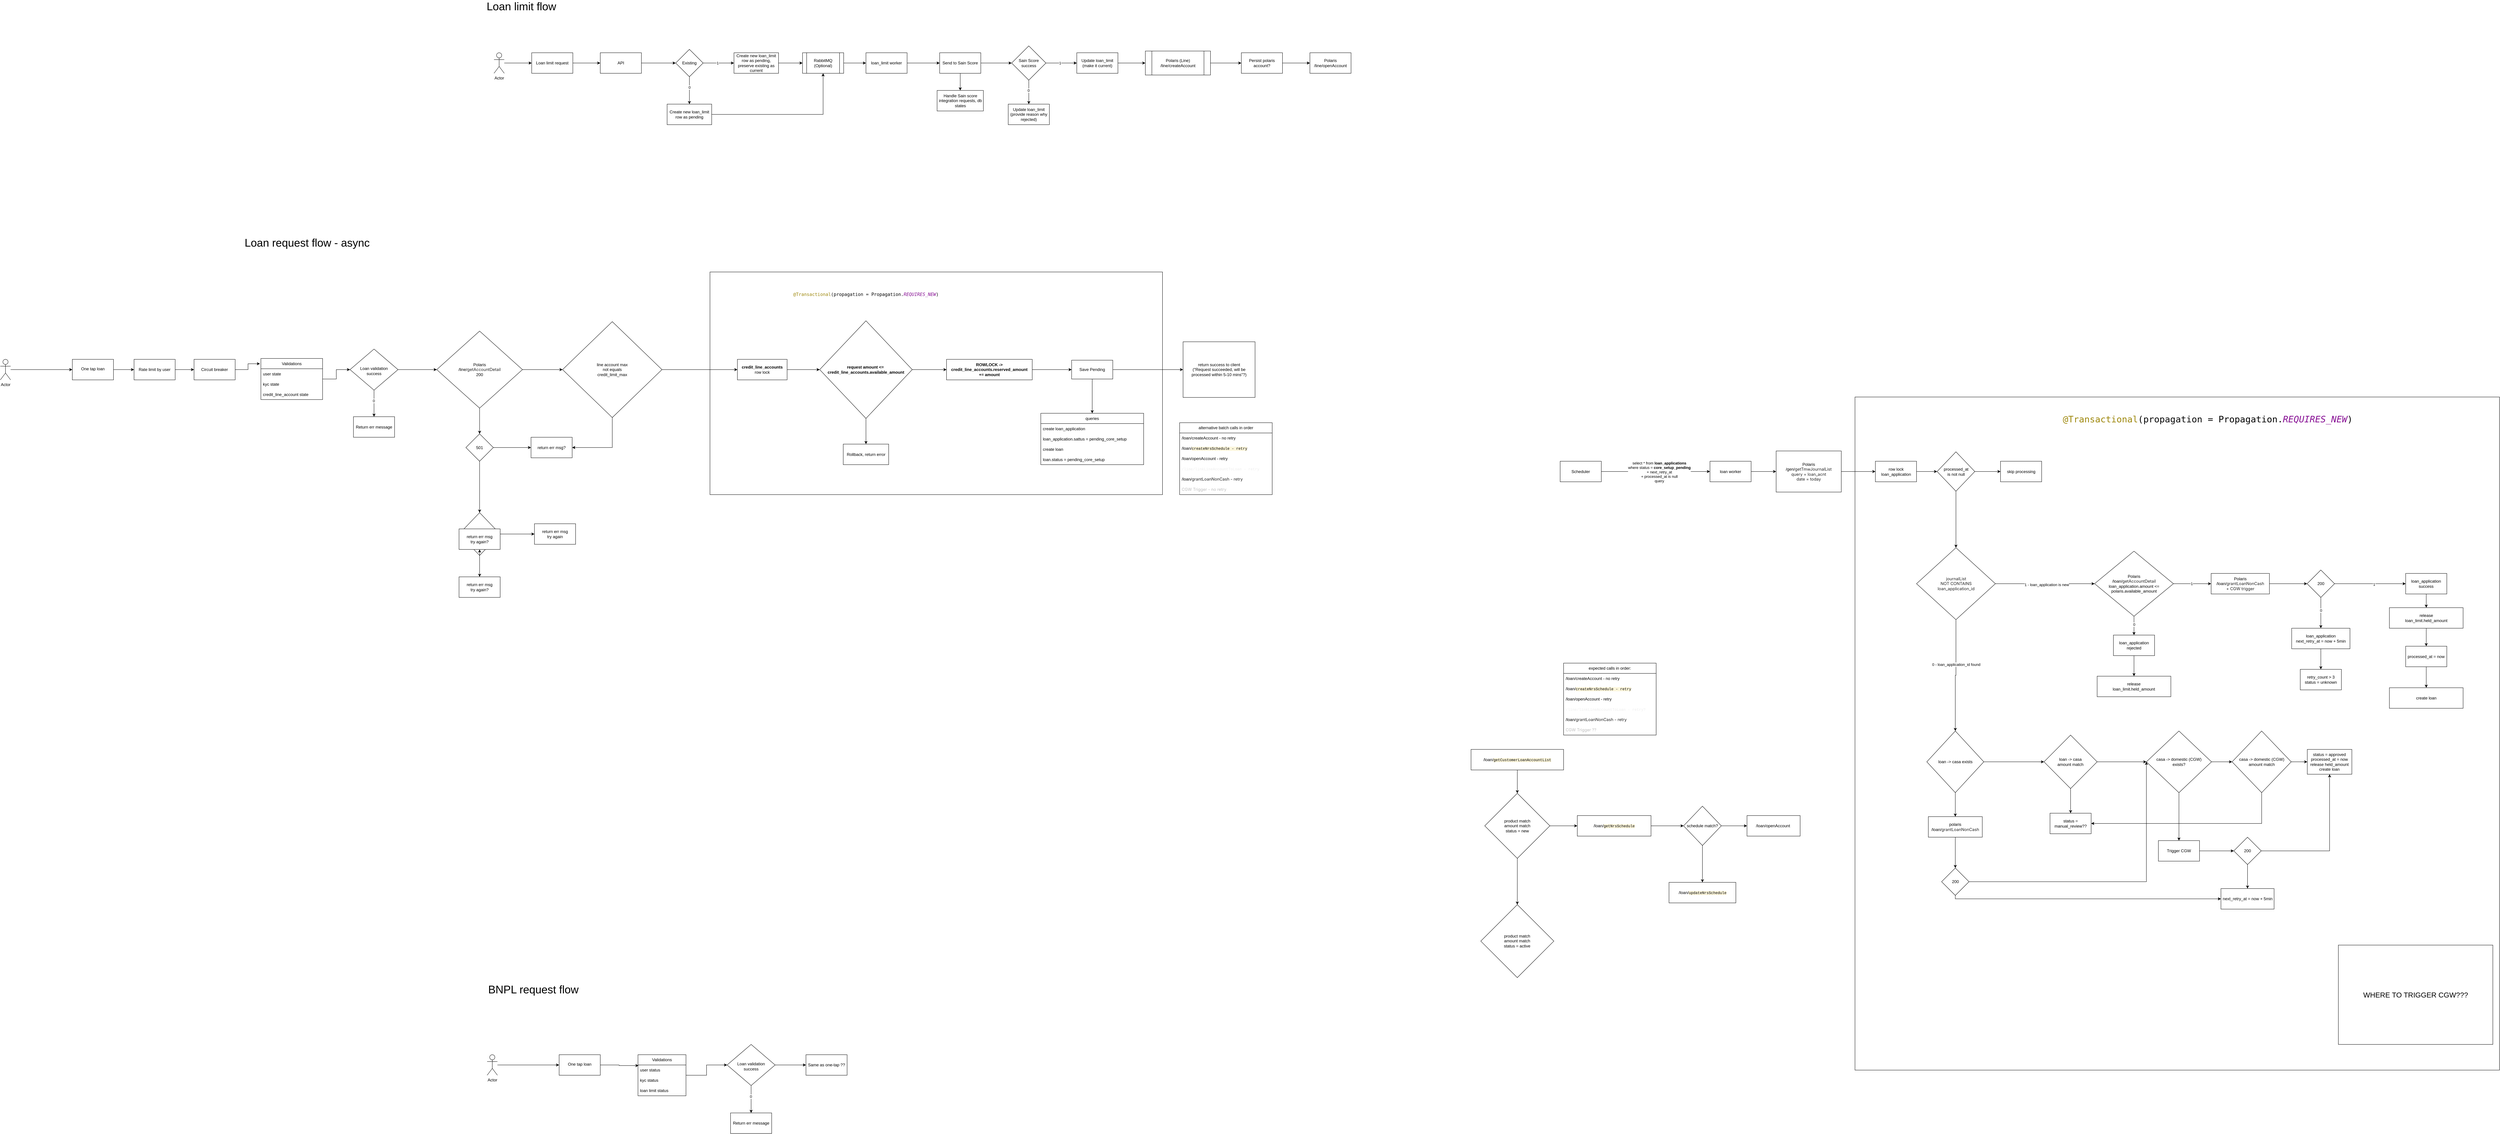
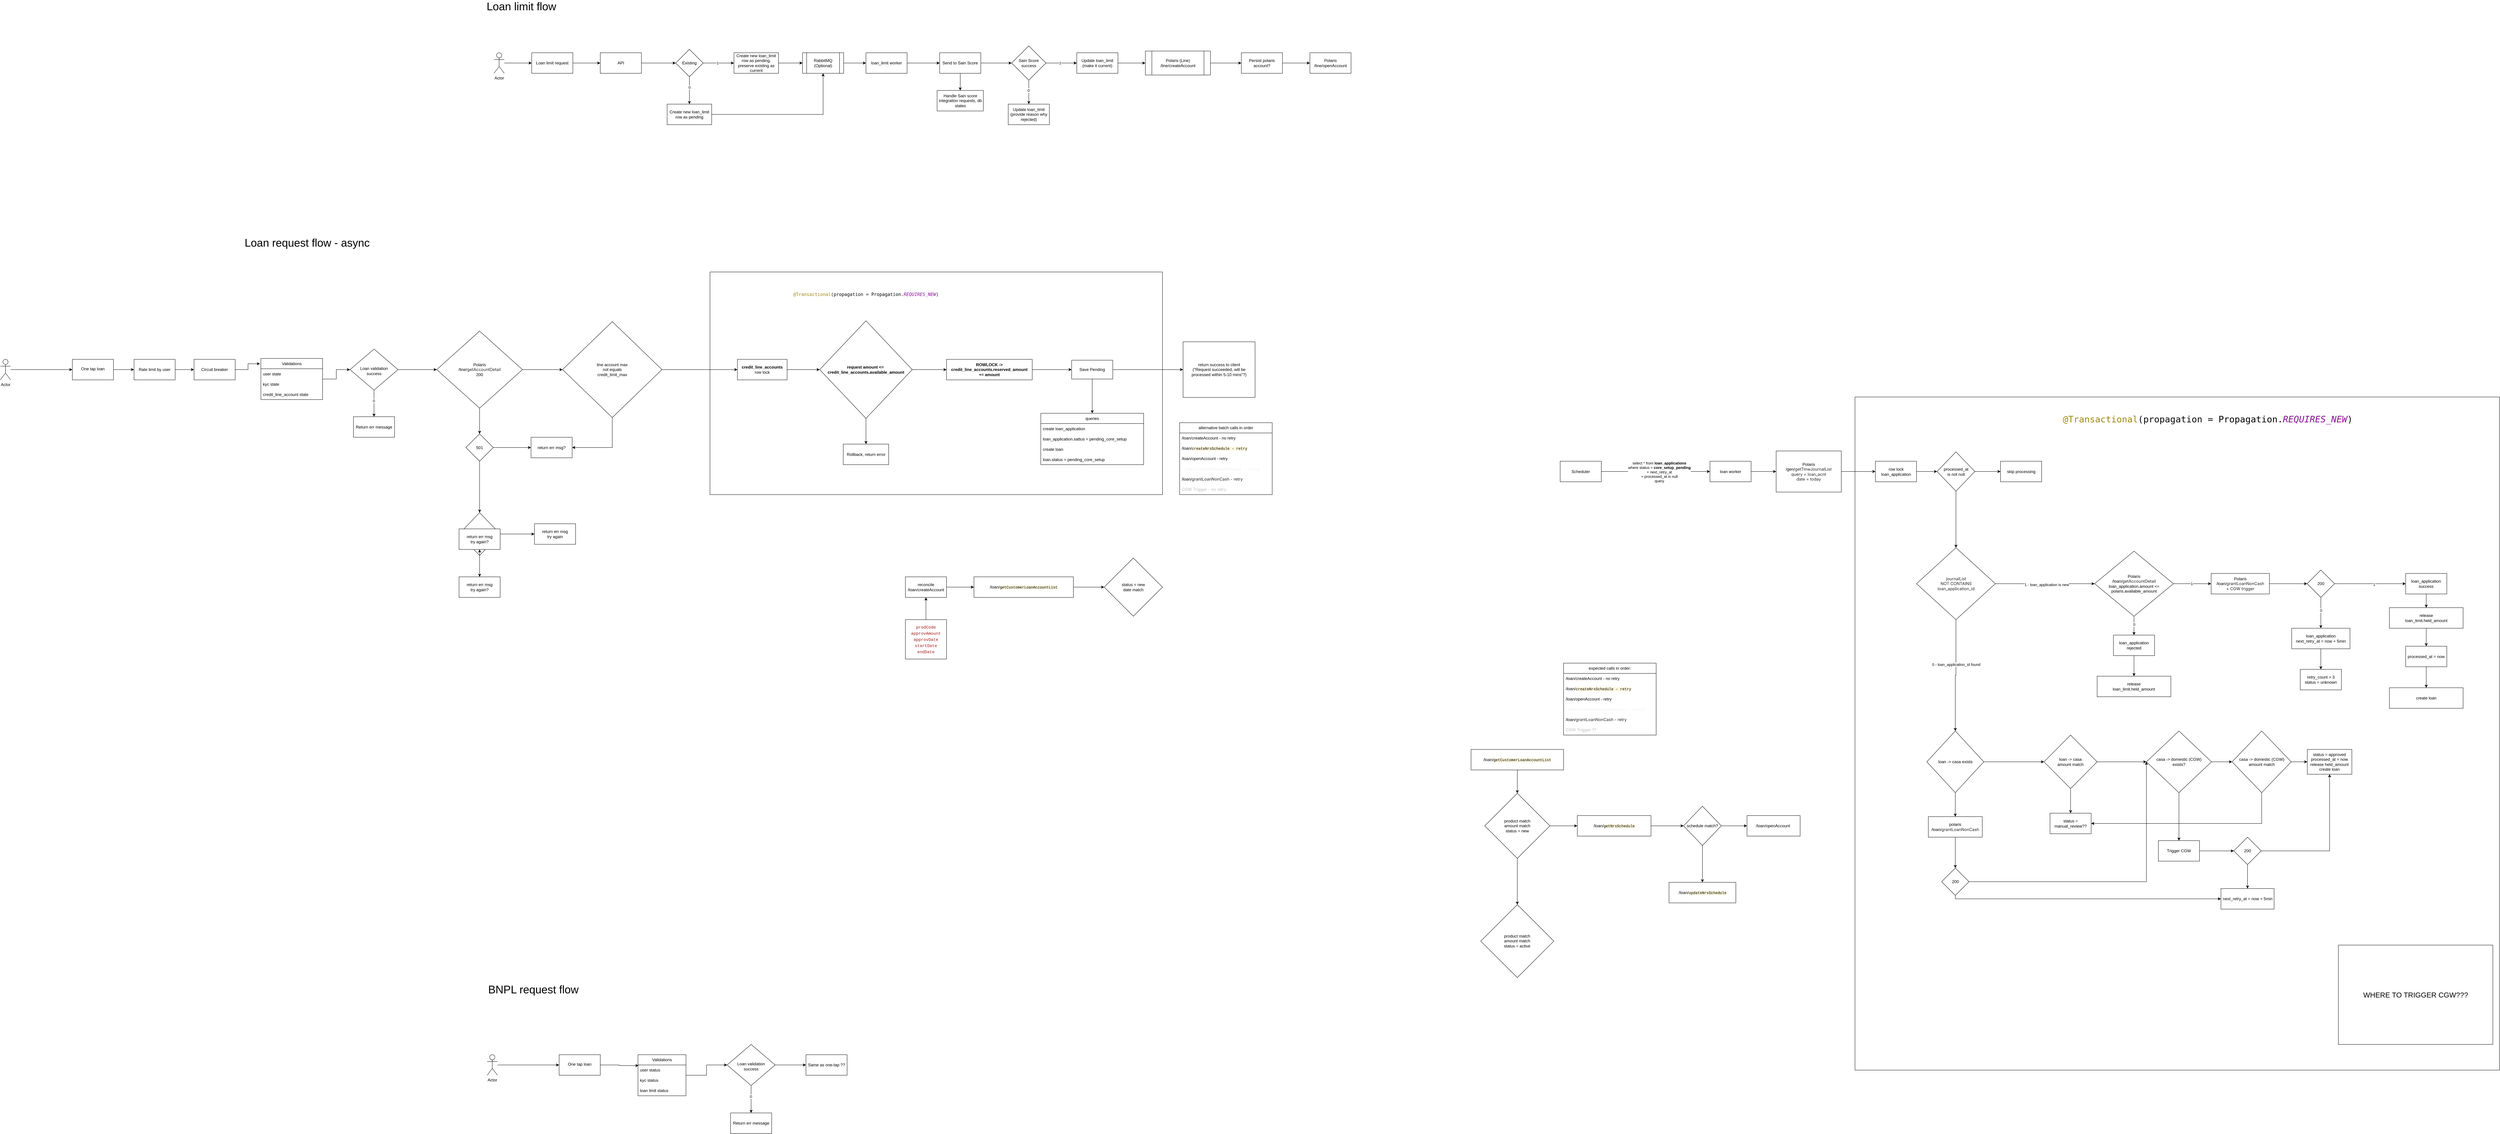
<mxfile host="app.diagrams.net">
  <diagram name="Page-1" id="VCBSuIh8bz7kurrQ0Zaz">
-     <mxGraphModel dx="3109" dy="824" grid="1" gridSize="10" guides="1" tooltips="1" connect="1" arrows="1" fold="1" page="1" pageScale="1" pageWidth="850" pageHeight="1100" math="0" shadow="0">
+     <mxGraphModel dx="3039" dy="783" grid="1" gridSize="10" guides="1" tooltips="1" connect="1" arrows="1" fold="1" page="1" pageScale="1" pageWidth="850" pageHeight="1100" math="0" shadow="0">
      <root>
        <mxCell id="0" />
        <mxCell id="1" parent="0" />
        <mxCell id="In8fDh9ZLN2M87an2Miy-188" parent="1" style="rounded=0;whiteSpace=wrap;html=1;movable=0;resizable=0;rotatable=0;deletable=0;editable=0;locked=1;connectable=0;" value="" vertex="1">
          <mxGeometry height="1965" width="1880" x="4010" y="1215" as="geometry" />
        </mxCell>
        <mxCell id="In8fDh9ZLN2M87an2Miy-172" parent="1" style="rounded=0;whiteSpace=wrap;html=1;movable=0;resizable=0;rotatable=0;deletable=0;editable=0;locked=1;connectable=0;" value="" vertex="1">
          <mxGeometry height="650" width="1320" x="670" y="850" as="geometry" />
        </mxCell>
        <mxCell id="KqixbsF9o6dLofBvsG9t-5" edge="1" parent="1" source="KqixbsF9o6dLofBvsG9t-1" style="edgeStyle=orthogonalEdgeStyle;rounded=0;orthogonalLoop=1;jettySize=auto;html=1;" target="KqixbsF9o6dLofBvsG9t-4" value="">
          <mxGeometry relative="1" as="geometry" />
        </mxCell>
        <mxCell id="KqixbsF9o6dLofBvsG9t-1" parent="1" style="rounded=0;whiteSpace=wrap;html=1;" value="Loan limit request" vertex="1">
          <mxGeometry height="60" width="120" x="150" y="210" as="geometry" />
        </mxCell>
        <mxCell id="KqixbsF9o6dLofBvsG9t-3" edge="1" parent="1" source="KqixbsF9o6dLofBvsG9t-2" style="edgeStyle=orthogonalEdgeStyle;rounded=0;orthogonalLoop=1;jettySize=auto;html=1;" target="KqixbsF9o6dLofBvsG9t-1" value="">
          <mxGeometry relative="1" as="geometry" />
        </mxCell>
        <mxCell id="KqixbsF9o6dLofBvsG9t-2" parent="1" style="shape=umlActor;verticalLabelPosition=bottom;verticalAlign=top;html=1;outlineConnect=0;" value="Actor" vertex="1">
          <mxGeometry height="60" width="30" x="40" y="210" as="geometry" />
        </mxCell>
        <mxCell id="KqixbsF9o6dLofBvsG9t-9" edge="1" parent="1" source="KqixbsF9o6dLofBvsG9t-4" style="edgeStyle=orthogonalEdgeStyle;rounded=0;orthogonalLoop=1;jettySize=auto;html=1;" target="KqixbsF9o6dLofBvsG9t-8" value="">
          <mxGeometry relative="1" as="geometry" />
        </mxCell>
        <mxCell id="KqixbsF9o6dLofBvsG9t-4" parent="1" style="rounded=0;whiteSpace=wrap;html=1;" value="API" vertex="1">
          <mxGeometry height="60" width="120" x="350" y="210" as="geometry" />
        </mxCell>
        <mxCell id="KqixbsF9o6dLofBvsG9t-11" edge="1" parent="1" source="KqixbsF9o6dLofBvsG9t-8" style="edgeStyle=orthogonalEdgeStyle;rounded=0;orthogonalLoop=1;jettySize=auto;html=1;" target="KqixbsF9o6dLofBvsG9t-10" value="">
          <mxGeometry relative="1" as="geometry" />
        </mxCell>
        <mxCell id="KqixbsF9o6dLofBvsG9t-12" connectable="0" parent="KqixbsF9o6dLofBvsG9t-11" style="edgeLabel;html=1;align=center;verticalAlign=middle;resizable=0;points=[];" value="1" vertex="1">
          <mxGeometry relative="1" x="-0.079" as="geometry">
            <mxPoint as="offset" />
          </mxGeometry>
        </mxCell>
        <mxCell id="KqixbsF9o6dLofBvsG9t-14" edge="1" parent="1" source="KqixbsF9o6dLofBvsG9t-8" style="edgeStyle=orthogonalEdgeStyle;rounded=0;orthogonalLoop=1;jettySize=auto;html=1;" target="KqixbsF9o6dLofBvsG9t-13" value="">
          <mxGeometry relative="1" as="geometry" />
        </mxCell>
        <mxCell id="KqixbsF9o6dLofBvsG9t-15" connectable="0" parent="KqixbsF9o6dLofBvsG9t-14" style="edgeLabel;html=1;align=center;verticalAlign=middle;resizable=0;points=[];" value="0" vertex="1">
          <mxGeometry relative="1" x="-0.2407" as="geometry">
            <mxPoint as="offset" />
          </mxGeometry>
        </mxCell>
        <mxCell id="KqixbsF9o6dLofBvsG9t-8" parent="1" style="rhombus;whiteSpace=wrap;html=1;rounded=0;" value="Existing" vertex="1">
          <mxGeometry height="80" width="80" x="570" y="200" as="geometry" />
        </mxCell>
        <mxCell id="KqixbsF9o6dLofBvsG9t-23" edge="1" parent="1" source="KqixbsF9o6dLofBvsG9t-10" style="edgeStyle=orthogonalEdgeStyle;rounded=0;orthogonalLoop=1;jettySize=auto;html=1;" target="KqixbsF9o6dLofBvsG9t-22" value="">
          <mxGeometry relative="1" as="geometry" />
        </mxCell>
        <mxCell id="KqixbsF9o6dLofBvsG9t-10" parent="1" style="whiteSpace=wrap;html=1;rounded=0;" value="Create new loan_limit row as pending, preserve existing as current" vertex="1">
          <mxGeometry height="60" width="130" x="740" y="210" as="geometry" />
        </mxCell>
        <mxCell id="KqixbsF9o6dLofBvsG9t-26" edge="1" parent="1" source="KqixbsF9o6dLofBvsG9t-13" style="edgeStyle=orthogonalEdgeStyle;rounded=0;orthogonalLoop=1;jettySize=auto;html=1;entryX=0.5;entryY=1;entryDx=0;entryDy=0;" target="KqixbsF9o6dLofBvsG9t-22">
          <mxGeometry relative="1" as="geometry" />
        </mxCell>
        <mxCell id="KqixbsF9o6dLofBvsG9t-13" parent="1" style="whiteSpace=wrap;html=1;rounded=0;" value="Create new loan_limit row as pending" vertex="1">
          <mxGeometry height="60" width="130" x="545" y="360" as="geometry" />
        </mxCell>
        <mxCell id="KqixbsF9o6dLofBvsG9t-25" edge="1" parent="1" source="KqixbsF9o6dLofBvsG9t-22" style="edgeStyle=orthogonalEdgeStyle;rounded=0;orthogonalLoop=1;jettySize=auto;html=1;" target="KqixbsF9o6dLofBvsG9t-24" value="">
          <mxGeometry relative="1" as="geometry" />
        </mxCell>
        <mxCell id="KqixbsF9o6dLofBvsG9t-22" parent="1" style="shape=process;whiteSpace=wrap;html=1;backgroundOutline=1;rounded=0;" value="RabbitMQ (Optional)" vertex="1">
          <mxGeometry height="60" width="120" x="940" y="210" as="geometry" />
        </mxCell>
        <mxCell id="KqixbsF9o6dLofBvsG9t-28" edge="1" parent="1" source="KqixbsF9o6dLofBvsG9t-24" style="edgeStyle=orthogonalEdgeStyle;rounded=0;orthogonalLoop=1;jettySize=auto;html=1;" target="KqixbsF9o6dLofBvsG9t-27" value="">
          <mxGeometry relative="1" as="geometry" />
        </mxCell>
        <mxCell id="KqixbsF9o6dLofBvsG9t-24" parent="1" style="whiteSpace=wrap;html=1;rounded=0;" value="loan_limit worker" vertex="1">
          <mxGeometry height="60" width="120" x="1125" y="210" as="geometry" />
        </mxCell>
        <mxCell id="KqixbsF9o6dLofBvsG9t-30" edge="1" parent="1" source="KqixbsF9o6dLofBvsG9t-27" style="edgeStyle=orthogonalEdgeStyle;rounded=0;orthogonalLoop=1;jettySize=auto;html=1;" target="KqixbsF9o6dLofBvsG9t-29" value="">
          <mxGeometry relative="1" as="geometry" />
        </mxCell>
        <mxCell id="KqixbsF9o6dLofBvsG9t-38" edge="1" parent="1" source="KqixbsF9o6dLofBvsG9t-27" style="edgeStyle=orthogonalEdgeStyle;rounded=0;orthogonalLoop=1;jettySize=auto;html=1;" target="KqixbsF9o6dLofBvsG9t-37" value="">
          <mxGeometry relative="1" as="geometry" />
        </mxCell>
        <mxCell id="KqixbsF9o6dLofBvsG9t-27" parent="1" style="whiteSpace=wrap;html=1;rounded=0;" value="Send to Sain Score" vertex="1">
          <mxGeometry height="60" width="120" x="1340" y="210" as="geometry" />
        </mxCell>
        <mxCell id="KqixbsF9o6dLofBvsG9t-32" edge="1" parent="1" source="KqixbsF9o6dLofBvsG9t-29" style="edgeStyle=orthogonalEdgeStyle;rounded=0;orthogonalLoop=1;jettySize=auto;html=1;" target="KqixbsF9o6dLofBvsG9t-31" value="">
          <mxGeometry relative="1" as="geometry" />
        </mxCell>
        <mxCell id="KqixbsF9o6dLofBvsG9t-33" connectable="0" parent="KqixbsF9o6dLofBvsG9t-32" style="edgeLabel;html=1;align=center;verticalAlign=middle;resizable=0;points=[];" value="1" vertex="1">
          <mxGeometry relative="1" x="-0.1048" as="geometry">
            <mxPoint as="offset" />
          </mxGeometry>
        </mxCell>
        <mxCell id="KqixbsF9o6dLofBvsG9t-35" edge="1" parent="1" source="KqixbsF9o6dLofBvsG9t-29" style="edgeStyle=orthogonalEdgeStyle;rounded=0;orthogonalLoop=1;jettySize=auto;html=1;" target="KqixbsF9o6dLofBvsG9t-34" value="">
          <mxGeometry relative="1" as="geometry" />
        </mxCell>
        <mxCell id="KqixbsF9o6dLofBvsG9t-36" connectable="0" parent="KqixbsF9o6dLofBvsG9t-35" style="edgeLabel;html=1;align=center;verticalAlign=middle;resizable=0;points=[];" value="0" vertex="1">
          <mxGeometry relative="1" x="-0.1429" y="-1" as="geometry">
            <mxPoint as="offset" />
          </mxGeometry>
        </mxCell>
        <mxCell id="KqixbsF9o6dLofBvsG9t-29" parent="1" style="rhombus;whiteSpace=wrap;html=1;rounded=0;" value="Sain Score success" vertex="1">
          <mxGeometry height="100" width="100" x="1550" y="190" as="geometry" />
        </mxCell>
        <mxCell id="KqixbsF9o6dLofBvsG9t-66" edge="1" parent="1" source="KqixbsF9o6dLofBvsG9t-31" style="edgeStyle=orthogonalEdgeStyle;rounded=0;orthogonalLoop=1;jettySize=auto;html=1;" target="KqixbsF9o6dLofBvsG9t-65" value="">
          <mxGeometry relative="1" as="geometry" />
        </mxCell>
        <mxCell id="KqixbsF9o6dLofBvsG9t-31" parent="1" style="whiteSpace=wrap;html=1;rounded=0;" value="Update loan_limit (make it current)" vertex="1">
          <mxGeometry height="60" width="120" x="1740" y="210" as="geometry" />
        </mxCell>
        <mxCell id="KqixbsF9o6dLofBvsG9t-34" parent="1" style="whiteSpace=wrap;html=1;rounded=0;" value="Update loan_limit&lt;br&gt;(provide reason why rejected)" vertex="1">
          <mxGeometry height="60" width="120" x="1540" y="360" as="geometry" />
        </mxCell>
        <mxCell id="KqixbsF9o6dLofBvsG9t-37" parent="1" style="whiteSpace=wrap;html=1;rounded=0;" value="Handle Sain score integration requests, db states" vertex="1">
          <mxGeometry height="60" width="135" x="1332.5" y="320" as="geometry" />
        </mxCell>
        <mxCell id="KqixbsF9o6dLofBvsG9t-40" parent="1" style="text;html=1;whiteSpace=wrap;strokeColor=none;fillColor=none;align=center;verticalAlign=middle;rounded=0;fontSize=32;" value="Loan limit flow" vertex="1">
          <mxGeometry height="30" width="260" x="-10" y="60" as="geometry" />
        </mxCell>
        <mxCell id="KqixbsF9o6dLofBvsG9t-74" edge="1" parent="1" source="KqixbsF9o6dLofBvsG9t-65" style="edgeStyle=orthogonalEdgeStyle;rounded=0;orthogonalLoop=1;jettySize=auto;html=1;" target="KqixbsF9o6dLofBvsG9t-73" value="">
          <mxGeometry relative="1" as="geometry" />
        </mxCell>
        <mxCell id="KqixbsF9o6dLofBvsG9t-65" parent="1" style="shape=process;whiteSpace=wrap;html=1;backgroundOutline=1;rounded=0;" value="Polaris (Line)&lt;br&gt;/line/createAccount" vertex="1">
          <mxGeometry height="70" width="190" x="1940" y="205" as="geometry" />
        </mxCell>
        <mxCell id="P7TJZT1PVnBYbLh7lMs1-4" edge="1" parent="1" source="KqixbsF9o6dLofBvsG9t-73" style="edgeStyle=orthogonalEdgeStyle;rounded=0;orthogonalLoop=1;jettySize=auto;html=1;" target="P7TJZT1PVnBYbLh7lMs1-3" value="">
          <mxGeometry relative="1" as="geometry" />
        </mxCell>
        <mxCell id="KqixbsF9o6dLofBvsG9t-73" parent="1" style="whiteSpace=wrap;html=1;rounded=0;" value="Persist polaris account?" vertex="1">
          <mxGeometry height="60" width="120" x="2220" y="210" as="geometry" />
        </mxCell>
        <mxCell id="U8Ajh8Gpa-m2DNKNFQys-1" parent="1" style="text;html=1;whiteSpace=wrap;strokeColor=none;fillColor=none;align=center;verticalAlign=middle;rounded=0;fontSize=32;" value="Loan request flow - async" vertex="1">
          <mxGeometry height="30" width="590" x="-800" y="750" as="geometry" />
        </mxCell>
        <mxCell id="In8fDh9ZLN2M87an2Miy-1" edge="1" parent="1" source="In8fDh9ZLN2M87an2Miy-2" style="edgeStyle=orthogonalEdgeStyle;rounded=0;orthogonalLoop=1;jettySize=auto;html=1;" target="In8fDh9ZLN2M87an2Miy-4" value="">
          <mxGeometry relative="1" as="geometry" />
        </mxCell>
        <mxCell id="In8fDh9ZLN2M87an2Miy-2" parent="1" style="shape=umlActor;verticalLabelPosition=bottom;verticalAlign=top;html=1;outlineConnect=0;" value="Actor" vertex="1">
          <mxGeometry height="60" width="30" x="-1400" y="1105" as="geometry" />
        </mxCell>
        <mxCell id="P7TJZT1PVnBYbLh7lMs1-42" edge="1" parent="1" source="In8fDh9ZLN2M87an2Miy-4" style="edgeStyle=orthogonalEdgeStyle;rounded=0;orthogonalLoop=1;jettySize=auto;html=1;" target="P7TJZT1PVnBYbLh7lMs1-41" value="">
          <mxGeometry relative="1" as="geometry" />
        </mxCell>
        <mxCell id="In8fDh9ZLN2M87an2Miy-4" parent="1" style="whiteSpace=wrap;html=1;verticalAlign=top;" value="&lt;div&gt;&lt;br&gt;&lt;/div&gt;&lt;div&gt;One tap loan&lt;/div&gt;" vertex="1">
          <mxGeometry height="60" width="120" x="-1190" y="1105" as="geometry" />
        </mxCell>
        <mxCell id="In8fDh9ZLN2M87an2Miy-7" edge="1" parent="1" source="In8fDh9ZLN2M87an2Miy-9" style="edgeStyle=orthogonalEdgeStyle;rounded=0;orthogonalLoop=1;jettySize=auto;html=1;" target="In8fDh9ZLN2M87an2Miy-13" value="">
          <mxGeometry relative="1" as="geometry" />
        </mxCell>
        <mxCell id="In8fDh9ZLN2M87an2Miy-8" connectable="0" parent="In8fDh9ZLN2M87an2Miy-7" style="edgeLabel;html=1;align=center;verticalAlign=middle;resizable=0;points=[];" value="0" vertex="1">
          <mxGeometry relative="1" x="-0.2091" y="-1" as="geometry">
            <mxPoint as="offset" />
          </mxGeometry>
        </mxCell>
        <mxCell id="P7TJZT1PVnBYbLh7lMs1-56" edge="1" parent="1" source="In8fDh9ZLN2M87an2Miy-9" style="edgeStyle=orthogonalEdgeStyle;rounded=0;orthogonalLoop=1;jettySize=auto;html=1;entryX=0;entryY=0.5;entryDx=0;entryDy=0;" target="In8fDh9ZLN2M87an2Miy-228">
          <mxGeometry relative="1" as="geometry" />
        </mxCell>
        <mxCell id="In8fDh9ZLN2M87an2Miy-9" parent="1" style="rhombus;whiteSpace=wrap;html=1;verticalAlign=top;" value="&lt;br&gt;&lt;br&gt;&lt;div&gt;&lt;br&gt;&lt;/div&gt;&lt;div&gt;Loan validation&lt;br&gt;success&lt;/div&gt;" vertex="1">
          <mxGeometry height="120" width="140" x="-380" y="1075" as="geometry" />
        </mxCell>
        <mxCell id="In8fDh9ZLN2M87an2Miy-10" edge="1" parent="1" source="In8fDh9ZLN2M87an2Miy-12" style="edgeStyle=orthogonalEdgeStyle;rounded=0;orthogonalLoop=1;jettySize=auto;html=1;entryX=0.5;entryY=0;entryDx=0;entryDy=0;" target="In8fDh9ZLN2M87an2Miy-14">
          <mxGeometry relative="1" as="geometry" />
        </mxCell>
        <mxCell id="In8fDh9ZLN2M87an2Miy-54" edge="1" parent="1" source="In8fDh9ZLN2M87an2Miy-105" style="edgeStyle=orthogonalEdgeStyle;rounded=0;orthogonalLoop=1;jettySize=auto;html=1;exitX=1;exitY=0.5;exitDx=0;exitDy=0;" target="In8fDh9ZLN2M87an2Miy-53" value="">
          <mxGeometry relative="1" as="geometry">
            <mxPoint x="3329.5" y="1432.5" as="sourcePoint" />
          </mxGeometry>
        </mxCell>
        <mxCell id="In8fDh9ZLN2M87an2Miy-55" connectable="0" parent="In8fDh9ZLN2M87an2Miy-54" style="edgeLabel;html=1;align=center;verticalAlign=middle;resizable=0;points=[];" value="select * from &lt;b&gt;loan_applications&lt;/b&gt;&lt;br&gt;where status = &lt;b&gt;core_setup_pending&lt;/b&gt;&lt;br&gt;+ next_retry_at&lt;br&gt;+ processed_at is null&lt;br&gt;query" vertex="1">
          <mxGeometry relative="1" x="0.0637" y="-1" as="geometry">
            <mxPoint as="offset" />
          </mxGeometry>
        </mxCell>
        <mxCell id="In8fDh9ZLN2M87an2Miy-246" edge="1" parent="1" source="In8fDh9ZLN2M87an2Miy-12" style="edgeStyle=orthogonalEdgeStyle;rounded=0;orthogonalLoop=1;jettySize=auto;html=1;entryX=0;entryY=0.5;entryDx=0;entryDy=0;" target="In8fDh9ZLN2M87an2Miy-185">
          <mxGeometry relative="1" as="geometry">
            <mxPoint x="2120" y="1137" as="targetPoint" />
          </mxGeometry>
        </mxCell>
        <mxCell id="In8fDh9ZLN2M87an2Miy-12" parent="1" style="whiteSpace=wrap;html=1;verticalAlign=middle;" value="Save Pending" vertex="1">
          <mxGeometry height="55" width="120" x="1725" y="1107.5" as="geometry" />
        </mxCell>
        <mxCell id="In8fDh9ZLN2M87an2Miy-13" parent="1" style="whiteSpace=wrap;html=1;verticalAlign=middle;" value="Return err message" vertex="1">
          <mxGeometry height="60" width="120" x="-370" y="1272.5" as="geometry" />
        </mxCell>
        <mxCell id="In8fDh9ZLN2M87an2Miy-14" parent="1" style="swimlane;fontStyle=0;childLayout=stackLayout;horizontal=1;startSize=30;horizontalStack=0;resizeParent=1;resizeParentMax=0;resizeLast=0;collapsible=1;marginBottom=0;whiteSpace=wrap;html=1;" value="queries" vertex="1">
          <mxGeometry height="150" width="300" x="1635" y="1262.5" as="geometry" />
        </mxCell>
        <mxCell id="In8fDh9ZLN2M87an2Miy-15" parent="In8fDh9ZLN2M87an2Miy-14" style="text;strokeColor=none;fillColor=none;align=left;verticalAlign=middle;spacingLeft=4;spacingRight=4;overflow=hidden;points=[[0,0.5],[1,0.5]];portConstraint=eastwest;rotatable=0;whiteSpace=wrap;html=1;" value="create loan_application" vertex="1">
          <mxGeometry height="30" width="300" y="30" as="geometry" />
        </mxCell>
        <mxCell id="In8fDh9ZLN2M87an2Miy-104" parent="In8fDh9ZLN2M87an2Miy-14" style="text;strokeColor=none;fillColor=none;align=left;verticalAlign=middle;spacingLeft=4;spacingRight=4;overflow=hidden;points=[[0,0.5],[1,0.5]];portConstraint=eastwest;rotatable=0;whiteSpace=wrap;html=1;" value="loan_application.sattus = pending_core_setup" vertex="1">
          <mxGeometry height="30" width="300" y="60" as="geometry" />
        </mxCell>
        <mxCell id="In8fDh9ZLN2M87an2Miy-17" parent="In8fDh9ZLN2M87an2Miy-14" style="text;strokeColor=none;fillColor=none;align=left;verticalAlign=middle;spacingLeft=4;spacingRight=4;overflow=hidden;points=[[0,0.5],[1,0.5]];portConstraint=eastwest;rotatable=0;whiteSpace=wrap;html=1;" value="create loan" vertex="1">
          <mxGeometry height="30" width="300" y="90" as="geometry" />
        </mxCell>
        <mxCell id="P7TJZT1PVnBYbLh7lMs1-40" parent="In8fDh9ZLN2M87an2Miy-14" style="text;strokeColor=none;fillColor=none;align=left;verticalAlign=middle;spacingLeft=4;spacingRight=4;overflow=hidden;points=[[0,0.5],[1,0.5]];portConstraint=eastwest;rotatable=0;whiteSpace=wrap;html=1;" value="loan.status = pending_core_setup" vertex="1">
          <mxGeometry height="30" width="300" y="120" as="geometry" />
        </mxCell>
        <mxCell id="In8fDh9ZLN2M87an2Miy-32" edge="1" parent="1" source="In8fDh9ZLN2M87an2Miy-27" style="edgeStyle=orthogonalEdgeStyle;rounded=0;orthogonalLoop=1;jettySize=auto;html=1;entryX=0;entryY=0.5;entryDx=0;entryDy=0;" target="In8fDh9ZLN2M87an2Miy-9">
          <mxGeometry relative="1" as="geometry" />
        </mxCell>
        <mxCell id="In8fDh9ZLN2M87an2Miy-27" parent="1" style="swimlane;fontStyle=0;childLayout=stackLayout;horizontal=1;startSize=30;horizontalStack=0;resizeParent=1;resizeParentMax=0;resizeLast=0;collapsible=1;marginBottom=0;whiteSpace=wrap;html=1;" value="Validations" vertex="1">
          <mxGeometry height="120" width="180" x="-640" y="1102.5" as="geometry" />
        </mxCell>
        <mxCell id="In8fDh9ZLN2M87an2Miy-28" parent="In8fDh9ZLN2M87an2Miy-27" style="text;strokeColor=none;fillColor=none;align=left;verticalAlign=middle;spacingLeft=4;spacingRight=4;overflow=hidden;points=[[0,0.5],[1,0.5]];portConstraint=eastwest;rotatable=0;whiteSpace=wrap;html=1;" value="user state" vertex="1">
          <mxGeometry height="30" width="180" y="30" as="geometry" />
        </mxCell>
        <mxCell id="In8fDh9ZLN2M87an2Miy-29" parent="In8fDh9ZLN2M87an2Miy-27" style="text;strokeColor=none;fillColor=none;align=left;verticalAlign=middle;spacingLeft=4;spacingRight=4;overflow=hidden;points=[[0,0.5],[1,0.5]];portConstraint=eastwest;rotatable=0;whiteSpace=wrap;html=1;" value="kyc state" vertex="1">
          <mxGeometry height="30" width="180" y="60" as="geometry" />
        </mxCell>
        <mxCell id="In8fDh9ZLN2M87an2Miy-33" parent="In8fDh9ZLN2M87an2Miy-27" style="text;strokeColor=none;fillColor=none;align=left;verticalAlign=middle;spacingLeft=4;spacingRight=4;overflow=hidden;points=[[0,0.5],[1,0.5]];portConstraint=eastwest;rotatable=0;whiteSpace=wrap;html=1;" value="credit_line_account state" vertex="1">
          <mxGeometry height="30" width="180" y="90" as="geometry" />
        </mxCell>
        <mxCell id="In8fDh9ZLN2M87an2Miy-116" edge="1" parent="1" source="In8fDh9ZLN2M87an2Miy-53" style="edgeStyle=orthogonalEdgeStyle;rounded=0;orthogonalLoop=1;jettySize=auto;html=1;entryX=0;entryY=0.5;entryDx=0;entryDy=0;" target="In8fDh9ZLN2M87an2Miy-68">
          <mxGeometry relative="1" as="geometry" />
        </mxCell>
        <mxCell id="In8fDh9ZLN2M87an2Miy-53" parent="1" style="whiteSpace=wrap;html=1;" value="loan worker" vertex="1">
          <mxGeometry height="60" width="120" x="3587" y="1402.5" as="geometry" />
        </mxCell>
        <mxCell id="In8fDh9ZLN2M87an2Miy-67" edge="1" parent="1" source="In8fDh9ZLN2M87an2Miy-58" style="edgeStyle=orthogonalEdgeStyle;rounded=0;orthogonalLoop=1;jettySize=auto;html=1;entryX=0;entryY=0.5;entryDx=0;entryDy=0;" target="In8fDh9ZLN2M87an2Miy-66" value="">
          <mxGeometry relative="1" as="geometry">
            <mxPoint x="5343.87" y="1760" as="targetPoint" />
          </mxGeometry>
        </mxCell>
        <mxCell id="In8fDh9ZLN2M87an2Miy-58" parent="1" style="whiteSpace=wrap;html=1;" value="Polaris /loan/&lt;span style=&quot;color: rgb(33, 33, 33); font-family: Inter, system-ui, -apple-system, &amp;quot;system-ui&amp;quot;, &amp;quot;Segoe UI&amp;quot;, Roboto, Oxygen, Ubuntu, Cantarell, &amp;quot;Fira Sans&amp;quot;, &amp;quot;Droid Sans&amp;quot;, Helvetica, Arial, sans-serif; text-align: left; white-space: pre-wrap; background-color: rgb(255, 255, 255);&quot;&gt;grantLoanNonCash&lt;br/&gt;+ CGW trigger&lt;/span&gt;" vertex="1">
          <mxGeometry height="60" width="170" x="5048.87" y="1730" as="geometry" />
        </mxCell>
        <mxCell id="In8fDh9ZLN2M87an2Miy-62" edge="1" parent="1" source="In8fDh9ZLN2M87an2Miy-59" style="edgeStyle=orthogonalEdgeStyle;rounded=0;orthogonalLoop=1;jettySize=auto;html=1;" target="In8fDh9ZLN2M87an2Miy-61" value="">
          <mxGeometry relative="1" as="geometry" />
        </mxCell>
        <mxCell id="In8fDh9ZLN2M87an2Miy-91" connectable="0" parent="In8fDh9ZLN2M87an2Miy-62" style="edgeLabel;html=1;align=center;verticalAlign=middle;resizable=0;points=[];" value="0" vertex="1">
          <mxGeometry relative="1" x="-0.1431" as="geometry">
            <mxPoint as="offset" />
          </mxGeometry>
        </mxCell>
        <mxCell id="In8fDh9ZLN2M87an2Miy-65" edge="1" parent="1" source="In8fDh9ZLN2M87an2Miy-59" style="edgeStyle=orthogonalEdgeStyle;rounded=0;orthogonalLoop=1;jettySize=auto;html=1;" target="In8fDh9ZLN2M87an2Miy-58">
          <mxGeometry relative="1" as="geometry" />
        </mxCell>
        <mxCell id="In8fDh9ZLN2M87an2Miy-90" connectable="0" parent="In8fDh9ZLN2M87an2Miy-65" style="edgeLabel;html=1;align=center;verticalAlign=middle;resizable=0;points=[];" value="1" vertex="1">
          <mxGeometry relative="1" x="-0.0451" as="geometry">
            <mxPoint as="offset" />
          </mxGeometry>
        </mxCell>
        <mxCell id="In8fDh9ZLN2M87an2Miy-59" parent="1" style="rhombus;whiteSpace=wrap;html=1;" value="Polaris&lt;br&gt;/loan/&lt;span style=&quot;color: rgb(33, 33, 33); font-family: Inter, system-ui, -apple-system, &amp;quot;system-ui&amp;quot;, &amp;quot;Segoe UI&amp;quot;, Roboto, Oxygen, Ubuntu, Cantarell, &amp;quot;Fira Sans&amp;quot;, &amp;quot;Droid Sans&amp;quot;, Helvetica, Arial, sans-serif; text-align: left; white-space: pre-wrap; background-color: rgb(255, 255, 255);&quot;&gt;getAccountDetail&lt;/span&gt;&lt;br&gt;loan_application.amount &amp;lt;= polaris.available_amount" vertex="1">
          <mxGeometry height="190" width="230" x="4708.87" y="1665" as="geometry" />
        </mxCell>
        <mxCell id="In8fDh9ZLN2M87an2Miy-64" edge="1" parent="1" source="In8fDh9ZLN2M87an2Miy-61" style="edgeStyle=orthogonalEdgeStyle;rounded=0;orthogonalLoop=1;jettySize=auto;html=1;" target="In8fDh9ZLN2M87an2Miy-63" value="">
          <mxGeometry relative="1" as="geometry" />
        </mxCell>
        <mxCell id="In8fDh9ZLN2M87an2Miy-61" parent="1" style="whiteSpace=wrap;html=1;" value="loan_application&lt;br&gt;rejected" vertex="1">
          <mxGeometry height="60" width="120" x="4763.87" y="1910" as="geometry" />
        </mxCell>
        <mxCell id="In8fDh9ZLN2M87an2Miy-63" parent="1" style="whiteSpace=wrap;html=1;" value="release &lt;br&gt;loan_limit.held_amount" vertex="1">
          <mxGeometry height="60" width="215" x="4716.37" y="2030" as="geometry" />
        </mxCell>
        <mxCell id="In8fDh9ZLN2M87an2Miy-81" edge="1" parent="1" source="In8fDh9ZLN2M87an2Miy-66" style="edgeStyle=orthogonalEdgeStyle;rounded=0;orthogonalLoop=1;jettySize=auto;html=1;entryX=0;entryY=0.5;entryDx=0;entryDy=0;" target="In8fDh9ZLN2M87an2Miy-79">
          <mxGeometry relative="1" as="geometry" />
        </mxCell>
        <mxCell id="In8fDh9ZLN2M87an2Miy-92" connectable="0" parent="In8fDh9ZLN2M87an2Miy-81" style="edgeLabel;html=1;align=center;verticalAlign=middle;resizable=0;points=[];" value="1" vertex="1">
          <mxGeometry relative="1" x="0.1055" y="-2" as="geometry">
            <mxPoint as="offset" />
          </mxGeometry>
        </mxCell>
        <mxCell id="In8fDh9ZLN2M87an2Miy-83" edge="1" parent="1" source="In8fDh9ZLN2M87an2Miy-66" style="edgeStyle=orthogonalEdgeStyle;rounded=0;orthogonalLoop=1;jettySize=auto;html=1;" target="In8fDh9ZLN2M87an2Miy-82" value="">
          <mxGeometry relative="1" as="geometry" />
        </mxCell>
        <mxCell id="In8fDh9ZLN2M87an2Miy-93" connectable="0" parent="In8fDh9ZLN2M87an2Miy-83" style="edgeLabel;html=1;align=center;verticalAlign=middle;resizable=0;points=[];" value="0" vertex="1">
          <mxGeometry relative="1" x="-0.1623" as="geometry">
            <mxPoint as="offset" />
          </mxGeometry>
        </mxCell>
        <mxCell id="In8fDh9ZLN2M87an2Miy-66" parent="1" style="rhombus;whiteSpace=wrap;html=1;" value="200" vertex="1">
          <mxGeometry height="80" width="80" x="5328.87" y="1720" as="geometry" />
        </mxCell>
        <mxCell id="In8fDh9ZLN2M87an2Miy-119" edge="1" parent="1" source="In8fDh9ZLN2M87an2Miy-68" style="edgeStyle=orthogonalEdgeStyle;rounded=0;orthogonalLoop=1;jettySize=auto;html=1;" target="In8fDh9ZLN2M87an2Miy-118" value="">
          <mxGeometry relative="1" as="geometry" />
        </mxCell>
        <mxCell id="In8fDh9ZLN2M87an2Miy-68" parent="1" style="whiteSpace=wrap;html=1;" value="Polaris&lt;br&gt;/gen/&lt;span style=&quot;white-space: pre-wrap; color: rgb(33, 33, 33); font-family: Inter, system-ui, -apple-system, &amp;quot;system-ui&amp;quot;, &amp;quot;Segoe UI&amp;quot;, Roboto, Oxygen, Ubuntu, Cantarell, &amp;quot;Fira Sans&amp;quot;, &amp;quot;Droid Sans&amp;quot;, Helvetica, Arial, sans-serif; text-align: left; background-color: rgb(255, 255, 255);&quot;&gt;getTmwJournalList&lt;br&gt;query = loan_acnt&lt;br/&gt;date = today&lt;/span&gt;" vertex="1">
          <mxGeometry height="120" width="190" x="3780" y="1372.5" as="geometry" />
        </mxCell>
        <mxCell id="In8fDh9ZLN2M87an2Miy-71" edge="1" parent="1" source="In8fDh9ZLN2M87an2Miy-69" style="edgeStyle=orthogonalEdgeStyle;rounded=0;orthogonalLoop=1;jettySize=auto;html=1;entryX=0;entryY=0.5;entryDx=0;entryDy=0;" target="In8fDh9ZLN2M87an2Miy-59">
          <mxGeometry relative="1" as="geometry" />
        </mxCell>
        <mxCell id="In8fDh9ZLN2M87an2Miy-77" connectable="0" parent="In8fDh9ZLN2M87an2Miy-71" style="edgeLabel;html=1;align=center;verticalAlign=middle;resizable=0;points=[];" value="1 - loan_application is new" vertex="1">
          <mxGeometry relative="1" x="0.0312" y="-3" as="geometry">
            <mxPoint as="offset" />
          </mxGeometry>
        </mxCell>
        <mxCell id="In8fDh9ZLN2M87an2Miy-73" edge="1" parent="1" source="In8fDh9ZLN2M87an2Miy-69" style="edgeStyle=orthogonalEdgeStyle;rounded=0;orthogonalLoop=1;jettySize=auto;html=1;entryX=0.5;entryY=0;entryDx=0;entryDy=0;" target="In8fDh9ZLN2M87an2Miy-111" value="">
          <mxGeometry relative="1" as="geometry">
            <mxPoint x="4303.87" y="1960" as="targetPoint" />
          </mxGeometry>
        </mxCell>
        <mxCell id="In8fDh9ZLN2M87an2Miy-74" connectable="0" parent="In8fDh9ZLN2M87an2Miy-73" style="edgeLabel;html=1;align=center;verticalAlign=middle;resizable=0;points=[];" value="0 - loan_application_id found" vertex="1">
          <mxGeometry relative="1" x="-0.1975" as="geometry">
            <mxPoint as="offset" />
          </mxGeometry>
        </mxCell>
        <mxCell id="In8fDh9ZLN2M87an2Miy-69" parent="1" style="rhombus;whiteSpace=wrap;html=1;verticalAlign=middle;" value="&lt;div style=&quot;text-align: center;&quot;&gt;&lt;span style=&quot;background-color: light-dark(rgb(255, 255, 255), rgb(18, 18, 18)); color: light-dark(rgb(33, 33, 33), rgb(209, 209, 209)); font-family: Inter, system-ui, -apple-system, &amp;quot;system-ui&amp;quot;, &amp;quot;Segoe UI&amp;quot;, Roboto, Oxygen, Ubuntu, Cantarell, &amp;quot;Fira Sans&amp;quot;, &amp;quot;Droid Sans&amp;quot;, Helvetica, Arial, sans-serif; text-align: left; white-space: pre-wrap;&quot;&gt;journalList&lt;br&gt;NOT CONTAINS&lt;/span&gt;&lt;/div&gt;&lt;span style=&quot;white-space: pre-wrap; color: rgb(33, 33, 33); font-family: Inter, system-ui, -apple-system, &amp;quot;system-ui&amp;quot;, &amp;quot;Segoe UI&amp;quot;, Roboto, Oxygen, Ubuntu, Cantarell, &amp;quot;Fira Sans&amp;quot;, &amp;quot;Droid Sans&amp;quot;, Helvetica, Arial, sans-serif; text-align: left; background-color: rgb(255, 255, 255);&quot;&gt;loan_application_id&lt;/span&gt;" vertex="1">
          <mxGeometry height="210" width="230" x="4189.5" y="1655" as="geometry" />
        </mxCell>
        <mxCell id="In8fDh9ZLN2M87an2Miy-78" edge="1" parent="1" source="In8fDh9ZLN2M87an2Miy-79" style="edgeStyle=orthogonalEdgeStyle;rounded=0;orthogonalLoop=1;jettySize=auto;html=1;" target="In8fDh9ZLN2M87an2Miy-80" value="">
          <mxGeometry relative="1" as="geometry" />
        </mxCell>
        <mxCell id="In8fDh9ZLN2M87an2Miy-79" parent="1" style="whiteSpace=wrap;html=1;" value="loan_application&lt;br&gt;success" vertex="1">
          <mxGeometry height="60" width="120" x="5616.37" y="1730" as="geometry" />
        </mxCell>
        <mxCell id="In8fDh9ZLN2M87an2Miy-132" edge="1" parent="1" source="In8fDh9ZLN2M87an2Miy-80" style="edgeStyle=orthogonalEdgeStyle;rounded=0;orthogonalLoop=1;jettySize=auto;html=1;" target="In8fDh9ZLN2M87an2Miy-131" value="">
          <mxGeometry relative="1" as="geometry" />
        </mxCell>
        <mxCell id="In8fDh9ZLN2M87an2Miy-80" parent="1" style="whiteSpace=wrap;html=1;" value="release &lt;br&gt;loan_limit.held_amount" vertex="1">
          <mxGeometry height="60" width="215" x="5568.87" y="1830" as="geometry" />
        </mxCell>
        <mxCell id="In8fDh9ZLN2M87an2Miy-95" edge="1" parent="1" source="In8fDh9ZLN2M87an2Miy-82" style="edgeStyle=orthogonalEdgeStyle;rounded=0;orthogonalLoop=1;jettySize=auto;html=1;" target="In8fDh9ZLN2M87an2Miy-94" value="">
          <mxGeometry relative="1" as="geometry" />
        </mxCell>
        <mxCell id="In8fDh9ZLN2M87an2Miy-82" parent="1" style="whiteSpace=wrap;html=1;" value="loan_application&lt;br&gt;next_retry_at = now + 5min" vertex="1">
          <mxGeometry height="60" width="170" x="5283.87" y="1890" as="geometry" />
        </mxCell>
        <mxCell id="In8fDh9ZLN2M87an2Miy-88" parent="1" style="whiteSpace=wrap;html=1;" value="create loan" vertex="1">
          <mxGeometry height="60" width="215" x="5568.87" y="2063.75" as="geometry" />
        </mxCell>
        <mxCell id="In8fDh9ZLN2M87an2Miy-94" parent="1" style="whiteSpace=wrap;html=1;" value="retry_count &amp;gt; 3&lt;br&gt;status = unknown" vertex="1">
          <mxGeometry height="60" width="120" x="5308.87" y="2010" as="geometry" />
        </mxCell>
        <mxCell id="In8fDh9ZLN2M87an2Miy-105" parent="1" style="rounded=0;whiteSpace=wrap;html=1;" value="Scheduler" vertex="1">
          <mxGeometry height="60" width="120" x="3150" y="1402.5" as="geometry" />
        </mxCell>
        <mxCell id="In8fDh9ZLN2M87an2Miy-127" edge="1" parent="1" source="In8fDh9ZLN2M87an2Miy-111" style="edgeStyle=orthogonalEdgeStyle;rounded=0;orthogonalLoop=1;jettySize=auto;html=1;" target="In8fDh9ZLN2M87an2Miy-126" value="">
          <mxGeometry relative="1" as="geometry" />
        </mxCell>
        <mxCell id="In8fDh9ZLN2M87an2Miy-135" edge="1" parent="1" source="In8fDh9ZLN2M87an2Miy-111" style="edgeStyle=orthogonalEdgeStyle;rounded=0;orthogonalLoop=1;jettySize=auto;html=1;entryX=0;entryY=0.5;entryDx=0;entryDy=0;" target="In8fDh9ZLN2M87an2Miy-222">
          <mxGeometry relative="1" as="geometry">
            <mxPoint x="4520" y="2280" as="targetPoint" />
          </mxGeometry>
        </mxCell>
        <mxCell id="In8fDh9ZLN2M87an2Miy-111" parent="1" style="rhombus;whiteSpace=wrap;html=1;" value="loan -&amp;gt; casa exists" vertex="1">
          <mxGeometry height="180" width="166.25" x="4219.5" y="2190" as="geometry" />
        </mxCell>
        <mxCell id="In8fDh9ZLN2M87an2Miy-113" parent="1" style="whiteSpace=wrap;html=1;" value="status = approved&lt;br&gt;processed_at = now&lt;br&gt;release held_amount&lt;br&gt;create loan" vertex="1">
          <mxGeometry height="72.5" width="130" x="5329.37" y="2243.75" as="geometry" />
        </mxCell>
        <mxCell id="In8fDh9ZLN2M87an2Miy-122" edge="1" parent="1" source="In8fDh9ZLN2M87an2Miy-118" style="edgeStyle=orthogonalEdgeStyle;rounded=0;orthogonalLoop=1;jettySize=auto;html=1;" target="In8fDh9ZLN2M87an2Miy-121" value="">
          <mxGeometry relative="1" as="geometry" />
        </mxCell>
        <mxCell id="In8fDh9ZLN2M87an2Miy-118" parent="1" style="whiteSpace=wrap;html=1;" value="row lock&lt;br&gt;loan_application" vertex="1">
          <mxGeometry height="60" width="120" x="4069.5" y="1402.5" as="geometry" />
        </mxCell>
        <mxCell id="In8fDh9ZLN2M87an2Miy-124" edge="1" parent="1" source="In8fDh9ZLN2M87an2Miy-121" style="edgeStyle=orthogonalEdgeStyle;rounded=0;orthogonalLoop=1;jettySize=auto;html=1;" target="In8fDh9ZLN2M87an2Miy-123" value="">
          <mxGeometry relative="1" as="geometry" />
        </mxCell>
        <mxCell id="In8fDh9ZLN2M87an2Miy-125" edge="1" parent="1" source="In8fDh9ZLN2M87an2Miy-121" style="edgeStyle=orthogonalEdgeStyle;rounded=0;orthogonalLoop=1;jettySize=auto;html=1;entryX=0.5;entryY=0;entryDx=0;entryDy=0;" target="In8fDh9ZLN2M87an2Miy-69">
          <mxGeometry relative="1" as="geometry" />
        </mxCell>
        <mxCell id="In8fDh9ZLN2M87an2Miy-121" parent="1" style="rhombus;whiteSpace=wrap;html=1;" value="processed_at &lt;br&gt;is not null" vertex="1">
          <mxGeometry height="115" width="110" x="4249.5" y="1375" as="geometry" />
        </mxCell>
        <mxCell id="In8fDh9ZLN2M87an2Miy-123" parent="1" style="whiteSpace=wrap;html=1;" value="skip processing" vertex="1">
          <mxGeometry height="60" width="120" x="4434.5" y="1402.5" as="geometry" />
        </mxCell>
        <mxCell id="In8fDh9ZLN2M87an2Miy-216" edge="1" parent="1" source="In8fDh9ZLN2M87an2Miy-126" style="edgeStyle=orthogonalEdgeStyle;rounded=0;orthogonalLoop=1;jettySize=auto;html=1;entryX=0.5;entryY=0;entryDx=0;entryDy=0;" target="In8fDh9ZLN2M87an2Miy-214">
          <mxGeometry relative="1" as="geometry" />
        </mxCell>
        <mxCell id="In8fDh9ZLN2M87an2Miy-126" parent="1" style="whiteSpace=wrap;html=1;" value="polaris&lt;br&gt;/loan/&lt;span style=&quot;white-space: pre-wrap; color: rgb(33, 33, 33); font-family: Inter, system-ui, -apple-system, &amp;quot;system-ui&amp;quot;, &amp;quot;Segoe UI&amp;quot;, Roboto, Oxygen, Ubuntu, Cantarell, &amp;quot;Fira Sans&amp;quot;, &amp;quot;Droid Sans&amp;quot;, Helvetica, Arial, sans-serif; text-align: left; background-color: rgb(255, 255, 255);&quot;&gt;grantLoanNonCash&lt;/span&gt;" vertex="1">
          <mxGeometry height="60" width="157.38" x="4223.93" y="2440" as="geometry" />
        </mxCell>
        <mxCell id="In8fDh9ZLN2M87an2Miy-130" parent="1" style="rounded=0;whiteSpace=wrap;html=1;fontSize=21;" value="WHERE TO TRIGGER CGW???" vertex="1">
          <mxGeometry height="290" width="450.63" x="5420" y="2815" as="geometry" />
        </mxCell>
        <mxCell id="In8fDh9ZLN2M87an2Miy-133" edge="1" parent="1" source="In8fDh9ZLN2M87an2Miy-131" style="edgeStyle=orthogonalEdgeStyle;rounded=0;orthogonalLoop=1;jettySize=auto;html=1;" target="In8fDh9ZLN2M87an2Miy-88" value="">
          <mxGeometry relative="1" as="geometry" />
        </mxCell>
        <mxCell id="In8fDh9ZLN2M87an2Miy-131" parent="1" style="whiteSpace=wrap;html=1;" value="processed_at = now" vertex="1">
          <mxGeometry height="60" width="120" x="5616.37" y="1942.5" as="geometry" />
        </mxCell>
        <mxCell id="In8fDh9ZLN2M87an2Miy-141" edge="1" parent="1" source="In8fDh9ZLN2M87an2Miy-134" style="edgeStyle=orthogonalEdgeStyle;rounded=0;orthogonalLoop=1;jettySize=auto;html=1;entryX=0;entryY=0.5;entryDx=0;entryDy=0;" target="In8fDh9ZLN2M87an2Miy-139">
          <mxGeometry relative="1" as="geometry" />
        </mxCell>
        <mxCell id="In8fDh9ZLN2M87an2Miy-145" edge="1" parent="1" source="In8fDh9ZLN2M87an2Miy-134" style="edgeStyle=orthogonalEdgeStyle;rounded=0;orthogonalLoop=1;jettySize=auto;html=1;" target="In8fDh9ZLN2M87an2Miy-144" value="">
          <mxGeometry relative="1" as="geometry" />
        </mxCell>
        <mxCell id="In8fDh9ZLN2M87an2Miy-134" parent="1" style="rhombus;whiteSpace=wrap;html=1;" value="casa -&amp;gt; domestic (CGW)&lt;br&gt;exists?" vertex="1">
          <mxGeometry height="180" width="190" x="4860" y="2190" as="geometry" />
        </mxCell>
        <mxCell id="In8fDh9ZLN2M87an2Miy-142" edge="1" parent="1" source="In8fDh9ZLN2M87an2Miy-139" style="edgeStyle=orthogonalEdgeStyle;rounded=0;orthogonalLoop=1;jettySize=auto;html=1;entryX=0;entryY=0.5;entryDx=0;entryDy=0;" target="In8fDh9ZLN2M87an2Miy-113">
          <mxGeometry relative="1" as="geometry" />
        </mxCell>
        <mxCell id="In8fDh9ZLN2M87an2Miy-227" edge="1" parent="1" source="In8fDh9ZLN2M87an2Miy-139" style="edgeStyle=orthogonalEdgeStyle;rounded=0;orthogonalLoop=1;jettySize=auto;html=1;entryX=1;entryY=0.5;entryDx=0;entryDy=0;" target="In8fDh9ZLN2M87an2Miy-225">
          <mxGeometry relative="1" as="geometry">
            <Array as="points">
              <mxPoint x="5196" y="2460" />
            </Array>
          </mxGeometry>
        </mxCell>
        <mxCell id="In8fDh9ZLN2M87an2Miy-139" parent="1" style="rhombus;whiteSpace=wrap;html=1;" value="casa -&amp;gt; domestic (CGW)&lt;br&gt;amount match" vertex="1">
          <mxGeometry height="180" width="172.5" x="5110" y="2190" as="geometry" />
        </mxCell>
        <mxCell id="In8fDh9ZLN2M87an2Miy-147" edge="1" parent="1" source="In8fDh9ZLN2M87an2Miy-144" style="edgeStyle=orthogonalEdgeStyle;rounded=0;orthogonalLoop=1;jettySize=auto;html=1;" target="In8fDh9ZLN2M87an2Miy-146" value="">
          <mxGeometry relative="1" as="geometry" />
        </mxCell>
        <mxCell id="In8fDh9ZLN2M87an2Miy-144" parent="1" style="whiteSpace=wrap;html=1;" value="Trigger CGW" vertex="1">
          <mxGeometry height="60" width="120" x="4895" y="2510" as="geometry" />
        </mxCell>
        <mxCell id="In8fDh9ZLN2M87an2Miy-148" edge="1" parent="1" source="In8fDh9ZLN2M87an2Miy-146" style="edgeStyle=orthogonalEdgeStyle;rounded=0;orthogonalLoop=1;jettySize=auto;html=1;entryX=0.5;entryY=1;entryDx=0;entryDy=0;" target="In8fDh9ZLN2M87an2Miy-113">
          <mxGeometry relative="1" as="geometry" />
        </mxCell>
        <mxCell id="In8fDh9ZLN2M87an2Miy-150" edge="1" parent="1" source="In8fDh9ZLN2M87an2Miy-146" style="edgeStyle=orthogonalEdgeStyle;rounded=0;orthogonalLoop=1;jettySize=auto;html=1;" target="In8fDh9ZLN2M87an2Miy-149" value="">
          <mxGeometry relative="1" as="geometry" />
        </mxCell>
        <mxCell id="In8fDh9ZLN2M87an2Miy-146" parent="1" style="rhombus;whiteSpace=wrap;html=1;" value="200" vertex="1">
          <mxGeometry height="80" width="80" x="5115" y="2500" as="geometry" />
        </mxCell>
        <mxCell id="In8fDh9ZLN2M87an2Miy-149" parent="1" style="whiteSpace=wrap;html=1;" value="next_retry_at = now + 5min" vertex="1">
          <mxGeometry height="60" width="155" x="5077.5" y="2650" as="geometry" />
        </mxCell>
        <mxCell id="In8fDh9ZLN2M87an2Miy-176" edge="1" parent="1" source="In8fDh9ZLN2M87an2Miy-152" style="edgeStyle=orthogonalEdgeStyle;rounded=0;orthogonalLoop=1;jettySize=auto;html=1;" target="In8fDh9ZLN2M87an2Miy-175" value="">
          <mxGeometry relative="1" as="geometry" />
        </mxCell>
        <mxCell id="In8fDh9ZLN2M87an2Miy-244" edge="1" parent="1" source="In8fDh9ZLN2M87an2Miy-152" style="edgeStyle=orthogonalEdgeStyle;rounded=0;orthogonalLoop=1;jettySize=auto;html=1;entryX=0;entryY=0.5;entryDx=0;entryDy=0;" target="In8fDh9ZLN2M87an2Miy-162">
          <mxGeometry relative="1" as="geometry" />
        </mxCell>
        <mxCell id="In8fDh9ZLN2M87an2Miy-152" parent="1" style="rhombus;whiteSpace=wrap;html=1;align=center;" value="&lt;div style=&quot;&quot;&gt;&lt;span style=&quot;background-color: transparent; color: light-dark(rgb(0, 0, 0), rgb(255, 255, 255));&quot;&gt;&lt;b&gt;request amount &amp;lt;=&amp;nbsp;&lt;br&gt;&lt;/b&gt;&lt;/span&gt;&lt;span style=&quot;font-weight: 700; background-color: transparent; color: light-dark(rgb(0, 0, 0), rgb(255, 255, 255));&quot;&gt;credit_line_accounts.available_amount&lt;/span&gt;&lt;/div&gt;" vertex="1">
          <mxGeometry height="285" width="270" x="990" y="992.5" as="geometry" />
        </mxCell>
        <mxCell id="P7TJZT1PVnBYbLh7lMs1-58" edge="1" parent="1" source="In8fDh9ZLN2M87an2Miy-161" style="edgeStyle=orthogonalEdgeStyle;rounded=0;orthogonalLoop=1;jettySize=auto;html=1;entryX=0;entryY=0.5;entryDx=0;entryDy=0;" target="In8fDh9ZLN2M87an2Miy-152">
          <mxGeometry relative="1" as="geometry" />
        </mxCell>
        <mxCell id="In8fDh9ZLN2M87an2Miy-161" parent="1" style="rounded=0;whiteSpace=wrap;html=1;" value="&lt;span style=&quot;font-weight: 700;&quot;&gt;credit_line_accounts&lt;br&gt;&lt;/span&gt;row lock" vertex="1">
          <mxGeometry height="60" width="145" x="750" y="1105" as="geometry" />
        </mxCell>
        <mxCell id="In8fDh9ZLN2M87an2Miy-165" edge="1" parent="1" source="In8fDh9ZLN2M87an2Miy-162" style="edgeStyle=orthogonalEdgeStyle;rounded=0;orthogonalLoop=1;jettySize=auto;html=1;" target="In8fDh9ZLN2M87an2Miy-12">
          <mxGeometry relative="1" as="geometry" />
        </mxCell>
        <mxCell id="In8fDh9ZLN2M87an2Miy-162" parent="1" style="rounded=0;whiteSpace=wrap;html=1;" value="&lt;span style=&quot;font-weight: 700; text-align: left;&quot;&gt;ROWLOCK -&amp;gt;&lt;br&gt;credit_line_accounts.reserved_amount &lt;br&gt;+= amount&lt;/span&gt;" vertex="1">
          <mxGeometry height="60" width="250" x="1360" y="1105" as="geometry" />
        </mxCell>
        <mxCell id="In8fDh9ZLN2M87an2Miy-174" parent="1" style="text;html=1;whiteSpace=wrap;strokeColor=none;fillColor=none;align=center;verticalAlign=middle;rounded=0;" value="&lt;div style=&quot;background-color:#ffffff;color:#080808&quot;&gt;&lt;pre style=&quot;font-family:&#39;JetBrains Mono&#39;,monospace;font-size:9.8pt;&quot;&gt;&lt;span style=&quot;color:#9e880d;&quot;&gt;@Transactional&lt;/span&gt;(propagation = &lt;span style=&quot;color:#000000;&quot;&gt;Propagation&lt;/span&gt;.&lt;span style=&quot;color:#871094;font-style:italic;&quot;&gt;REQUIRES_NEW&lt;/span&gt;)&lt;/pre&gt;&lt;/div&gt;" vertex="1">
          <mxGeometry height="30" width="240" x="1005" y="900" as="geometry" />
        </mxCell>
        <mxCell id="In8fDh9ZLN2M87an2Miy-175" parent="1" style="whiteSpace=wrap;html=1;" value="Rollback, return error" vertex="1">
          <mxGeometry height="60" width="132.5" x="1058.75" y="1352.5" as="geometry" />
        </mxCell>
        <mxCell id="In8fDh9ZLN2M87an2Miy-185" parent="1" style="whiteSpace=wrap;html=1;fontStyle=0;startSize=30;horizontal=1;" value="return success to client&lt;br&gt;(&quot;Request succeeded, will be processed within 5-10 mins&quot;?)" vertex="1">
          <mxGeometry height="162.5" width="210" x="2050" y="1053.75" as="geometry" />
        </mxCell>
        <mxCell id="In8fDh9ZLN2M87an2Miy-189" parent="1" style="text;html=1;whiteSpace=wrap;strokeColor=none;fillColor=none;align=center;verticalAlign=middle;rounded=0;fontSize=26;" value="&lt;div style=&quot;background-color:#ffffff;color:#080808&quot;&gt;&lt;pre style=&quot;font-family: &amp;quot;JetBrains Mono&amp;quot;, monospace;&quot;&gt;&lt;span style=&quot;color:#9e880d;&quot;&gt;@Transactional&lt;/span&gt;(propagation = &lt;span style=&quot;color:#000000;&quot;&gt;Propagation&lt;/span&gt;.&lt;span style=&quot;color:#871094;font-style:italic;&quot;&gt;REQUIRES_NEW&lt;/span&gt;)&lt;/pre&gt;&lt;/div&gt;" vertex="1">
          <mxGeometry height="30" width="240" x="4918.87" y="1265" as="geometry" />
        </mxCell>
        <mxCell id="In8fDh9ZLN2M87an2Miy-198" parent="1" style="text;html=1;whiteSpace=wrap;strokeColor=none;fillColor=none;align=center;verticalAlign=middle;rounded=0;fontSize=32;" value="BNPL request flow" vertex="1">
          <mxGeometry height="30" width="470" x="-80" y="2930" as="geometry" />
        </mxCell>
        <mxCell id="In8fDh9ZLN2M87an2Miy-199" edge="1" parent="1" source="In8fDh9ZLN2M87an2Miy-200" style="edgeStyle=orthogonalEdgeStyle;rounded=0;orthogonalLoop=1;jettySize=auto;html=1;" target="In8fDh9ZLN2M87an2Miy-202" value="">
          <mxGeometry relative="1" as="geometry" />
        </mxCell>
        <mxCell id="In8fDh9ZLN2M87an2Miy-200" parent="1" style="shape=umlActor;verticalLabelPosition=bottom;verticalAlign=top;html=1;outlineConnect=0;" value="Actor" vertex="1">
          <mxGeometry height="60" width="30" x="20" y="3135" as="geometry" />
        </mxCell>
        <mxCell id="In8fDh9ZLN2M87an2Miy-201" edge="1" parent="1" source="In8fDh9ZLN2M87an2Miy-202" style="edgeStyle=orthogonalEdgeStyle;rounded=0;orthogonalLoop=1;jettySize=auto;html=1;entryX=0.011;entryY=0.06;entryDx=0;entryDy=0;entryPerimeter=0;" target="In8fDh9ZLN2M87an2Miy-209" value="">
          <mxGeometry relative="1" as="geometry">
            <mxPoint x="440" y="3165" as="targetPoint" />
          </mxGeometry>
        </mxCell>
        <mxCell id="In8fDh9ZLN2M87an2Miy-202" parent="1" style="whiteSpace=wrap;html=1;verticalAlign=top;" value="&lt;div&gt;&lt;br&gt;&lt;/div&gt;&lt;div&gt;One tap loan&lt;/div&gt;" vertex="1">
          <mxGeometry height="60" width="120" x="230" y="3135" as="geometry" />
        </mxCell>
        <mxCell id="In8fDh9ZLN2M87an2Miy-203" edge="1" parent="1" source="In8fDh9ZLN2M87an2Miy-205" style="edgeStyle=orthogonalEdgeStyle;rounded=0;orthogonalLoop=1;jettySize=auto;html=1;" target="In8fDh9ZLN2M87an2Miy-206" value="">
          <mxGeometry relative="1" as="geometry" />
        </mxCell>
        <mxCell id="In8fDh9ZLN2M87an2Miy-204" connectable="0" parent="In8fDh9ZLN2M87an2Miy-203" style="edgeLabel;html=1;align=center;verticalAlign=middle;resizable=0;points=[];" value="0" vertex="1">
          <mxGeometry relative="1" x="-0.2091" y="-1" as="geometry">
            <mxPoint as="offset" />
          </mxGeometry>
        </mxCell>
        <mxCell id="In8fDh9ZLN2M87an2Miy-213" edge="1" parent="1" source="In8fDh9ZLN2M87an2Miy-205" style="edgeStyle=orthogonalEdgeStyle;rounded=0;orthogonalLoop=1;jettySize=auto;html=1;" target="In8fDh9ZLN2M87an2Miy-212" value="">
          <mxGeometry relative="1" as="geometry" />
        </mxCell>
        <mxCell id="In8fDh9ZLN2M87an2Miy-205" parent="1" style="rhombus;whiteSpace=wrap;html=1;verticalAlign=top;" value="&lt;br&gt;&lt;br&gt;&lt;div&gt;&lt;br&gt;&lt;/div&gt;&lt;div&gt;Loan validation&lt;br&gt;success&lt;/div&gt;" vertex="1">
          <mxGeometry height="120" width="140" x="720" y="3105" as="geometry" />
        </mxCell>
        <mxCell id="In8fDh9ZLN2M87an2Miy-206" parent="1" style="whiteSpace=wrap;html=1;verticalAlign=middle;" value="Return err message" vertex="1">
          <mxGeometry height="60" width="120" x="730" y="3305" as="geometry" />
        </mxCell>
        <mxCell id="In8fDh9ZLN2M87an2Miy-207" edge="1" parent="1" source="In8fDh9ZLN2M87an2Miy-208" style="edgeStyle=orthogonalEdgeStyle;rounded=0;orthogonalLoop=1;jettySize=auto;html=1;entryX=0;entryY=0.5;entryDx=0;entryDy=0;" target="In8fDh9ZLN2M87an2Miy-205">
          <mxGeometry relative="1" as="geometry" />
        </mxCell>
        <mxCell id="In8fDh9ZLN2M87an2Miy-208" parent="1" style="swimlane;fontStyle=0;childLayout=stackLayout;horizontal=1;startSize=30;horizontalStack=0;resizeParent=1;resizeParentMax=0;resizeLast=0;collapsible=1;marginBottom=0;whiteSpace=wrap;html=1;" value="Validations" vertex="1">
          <mxGeometry height="120" width="140" x="460" y="3135" as="geometry" />
        </mxCell>
        <mxCell id="In8fDh9ZLN2M87an2Miy-209" parent="In8fDh9ZLN2M87an2Miy-208" style="text;strokeColor=none;fillColor=none;align=left;verticalAlign=middle;spacingLeft=4;spacingRight=4;overflow=hidden;points=[[0,0.5],[1,0.5]];portConstraint=eastwest;rotatable=0;whiteSpace=wrap;html=1;" value="user status" vertex="1">
          <mxGeometry height="30" width="140" y="30" as="geometry" />
        </mxCell>
        <mxCell id="In8fDh9ZLN2M87an2Miy-210" parent="In8fDh9ZLN2M87an2Miy-208" style="text;strokeColor=none;fillColor=none;align=left;verticalAlign=middle;spacingLeft=4;spacingRight=4;overflow=hidden;points=[[0,0.5],[1,0.5]];portConstraint=eastwest;rotatable=0;whiteSpace=wrap;html=1;" value="kyc status" vertex="1">
          <mxGeometry height="30" width="140" y="60" as="geometry" />
        </mxCell>
        <mxCell id="In8fDh9ZLN2M87an2Miy-211" parent="In8fDh9ZLN2M87an2Miy-208" style="text;strokeColor=none;fillColor=none;align=left;verticalAlign=middle;spacingLeft=4;spacingRight=4;overflow=hidden;points=[[0,0.5],[1,0.5]];portConstraint=eastwest;rotatable=0;whiteSpace=wrap;html=1;" value="loan limit status" vertex="1">
          <mxGeometry height="30" width="140" y="90" as="geometry" />
        </mxCell>
        <mxCell id="In8fDh9ZLN2M87an2Miy-212" parent="1" style="whiteSpace=wrap;html=1;verticalAlign=middle;" value="Same as one-tap ??" vertex="1">
          <mxGeometry height="60" width="120" x="950" y="3135" as="geometry" />
        </mxCell>
        <mxCell id="In8fDh9ZLN2M87an2Miy-218" edge="1" parent="1" source="In8fDh9ZLN2M87an2Miy-214" style="edgeStyle=orthogonalEdgeStyle;rounded=0;orthogonalLoop=1;jettySize=auto;html=1;entryX=0;entryY=0.5;entryDx=0;entryDy=0;" target="In8fDh9ZLN2M87an2Miy-134">
          <mxGeometry relative="1" as="geometry">
            <Array as="points">
              <mxPoint x="4860" y="2630" />
            </Array>
          </mxGeometry>
        </mxCell>
        <mxCell id="In8fDh9ZLN2M87an2Miy-221" edge="1" parent="1" source="In8fDh9ZLN2M87an2Miy-214" style="edgeStyle=orthogonalEdgeStyle;rounded=0;orthogonalLoop=1;jettySize=auto;html=1;entryX=0;entryY=0.5;entryDx=0;entryDy=0;" target="In8fDh9ZLN2M87an2Miy-149">
          <mxGeometry relative="1" as="geometry">
            <Array as="points">
              <mxPoint x="4303" y="2680" />
            </Array>
          </mxGeometry>
        </mxCell>
        <mxCell id="In8fDh9ZLN2M87an2Miy-214" parent="1" style="rhombus;whiteSpace=wrap;html=1;" value="200" vertex="1">
          <mxGeometry height="80" width="80" x="4262.62" y="2590" as="geometry" />
        </mxCell>
        <mxCell id="In8fDh9ZLN2M87an2Miy-223" edge="1" parent="1" source="In8fDh9ZLN2M87an2Miy-222" style="edgeStyle=orthogonalEdgeStyle;rounded=0;orthogonalLoop=1;jettySize=auto;html=1;" target="In8fDh9ZLN2M87an2Miy-134">
          <mxGeometry relative="1" as="geometry" />
        </mxCell>
        <mxCell id="In8fDh9ZLN2M87an2Miy-226" edge="1" parent="1" source="In8fDh9ZLN2M87an2Miy-222" style="edgeStyle=orthogonalEdgeStyle;rounded=0;orthogonalLoop=1;jettySize=auto;html=1;" target="In8fDh9ZLN2M87an2Miy-225" value="">
          <mxGeometry relative="1" as="geometry" />
        </mxCell>
        <mxCell id="In8fDh9ZLN2M87an2Miy-222" parent="1" style="rhombus;whiteSpace=wrap;html=1;" value="loan -&amp;gt; casa &lt;br&gt;amount match" vertex="1">
          <mxGeometry height="156.25" width="155" x="4561.37" y="2201.88" as="geometry" />
        </mxCell>
        <mxCell id="In8fDh9ZLN2M87an2Miy-225" parent="1" style="whiteSpace=wrap;html=1;" value="status = manual_review??" vertex="1">
          <mxGeometry height="60" width="120" x="4578.87" y="2429.995" as="geometry" />
        </mxCell>
        <mxCell id="P7TJZT1PVnBYbLh7lMs1-3" parent="1" style="whiteSpace=wrap;html=1;rounded=0;" value="Polaris&lt;br&gt;/line/openAccount" vertex="1">
          <mxGeometry height="60" width="120" x="2420" y="210" as="geometry" />
        </mxCell>
        <mxCell id="P7TJZT1PVnBYbLh7lMs1-5" parent="1" style="swimlane;fontStyle=0;childLayout=stackLayout;horizontal=1;startSize=30;horizontalStack=0;resizeParent=1;resizeParentMax=0;resizeLast=0;collapsible=1;marginBottom=0;whiteSpace=wrap;html=1;" value="expected calls in order:" vertex="1">
          <mxGeometry height="210" width="270" x="3160" y="1991.88" as="geometry" />
        </mxCell>
        <mxCell id="P7TJZT1PVnBYbLh7lMs1-6" parent="P7TJZT1PVnBYbLh7lMs1-5" style="text;strokeColor=none;fillColor=none;align=left;verticalAlign=middle;spacingLeft=4;spacingRight=4;overflow=hidden;points=[[0,0.5],[1,0.5]];portConstraint=eastwest;rotatable=0;whiteSpace=wrap;html=1;" value="&lt;span style=&quot;text-align: center;&quot;&gt;/loan/createAccount - no retry&lt;/span&gt;" vertex="1">
          <mxGeometry height="30" width="270" y="30" as="geometry" />
        </mxCell>
        <mxCell id="P7TJZT1PVnBYbLh7lMs1-7" parent="P7TJZT1PVnBYbLh7lMs1-5" style="text;strokeColor=none;fillColor=none;align=left;verticalAlign=middle;spacingLeft=4;spacingRight=4;overflow=hidden;points=[[0,0.5],[1,0.5]];portConstraint=eastwest;rotatable=0;whiteSpace=wrap;html=1;" value="&lt;span style=&quot;text-align: center;&quot;&gt;/loan/&lt;/span&gt;&lt;span style=&quot;background-color: rgb(252, 246, 219); color: rgb(0, 0, 0); font-family: &amp;quot;Anonymous Pro&amp;quot;, Menlo, Consolas, &amp;quot;Bitstream Vera Sans Mono&amp;quot;, &amp;quot;Courier New&amp;quot;, monospace; font-size: 0.9em;&quot;&gt;createNrsSchedule - retry&lt;/span&gt;" vertex="1">
          <mxGeometry height="30" width="270" y="60" as="geometry" />
        </mxCell>
        <mxCell id="P7TJZT1PVnBYbLh7lMs1-8" parent="P7TJZT1PVnBYbLh7lMs1-5" style="text;strokeColor=none;fillColor=none;align=left;verticalAlign=middle;spacingLeft=4;spacingRight=4;overflow=hidden;points=[[0,0.5],[1,0.5]];portConstraint=eastwest;rotatable=0;whiteSpace=wrap;html=1;" value="&lt;span style=&quot;text-align: center;&quot;&gt;/loan/openAccount - retry&lt;/span&gt;" vertex="1">
          <mxGeometry height="30" width="270" y="90" as="geometry" />
        </mxCell>
        <mxCell id="P7TJZT1PVnBYbLh7lMs1-9" parent="P7TJZT1PVnBYbLh7lMs1-5" style="text;strokeColor=none;fillColor=none;align=left;verticalAlign=middle;spacingLeft=4;spacingRight=4;overflow=hidden;points=[[0,0.5],[1,0.5]];portConstraint=eastwest;rotatable=0;whiteSpace=wrap;html=1;" value="&lt;span style=&quot;font-family: &amp;quot;Anonymous Pro&amp;quot;, Menlo, Consolas, &amp;quot;Bitstream Vera Sans Mono&amp;quot;, &amp;quot;Courier New&amp;quot;, monospace; font-size: 10.8px; white-space: pre-wrap;&quot;&gt;&lt;font style=&quot;color: light-dark(rgb(237, 237, 237), rgb(255, 255, 255));&quot;&gt;/line/linkLineAccountToLoan - retry?&lt;/font&gt;&lt;/span&gt;" vertex="1">
          <mxGeometry height="30" width="270" y="120" as="geometry" />
        </mxCell>
        <mxCell id="P7TJZT1PVnBYbLh7lMs1-10" parent="P7TJZT1PVnBYbLh7lMs1-5" style="text;strokeColor=none;fillColor=none;align=left;verticalAlign=middle;spacingLeft=4;spacingRight=4;overflow=hidden;points=[[0,0.5],[1,0.5]];portConstraint=eastwest;rotatable=0;whiteSpace=wrap;html=1;" value="&lt;span style=&quot;text-align: center;&quot;&gt;/loan/&lt;/span&gt;&lt;span style=&quot;white-space: pre-wrap; color: rgb(33, 33, 33); font-family: Inter, system-ui, -apple-system, &amp;quot;system-ui&amp;quot;, &amp;quot;Segoe UI&amp;quot;, Roboto, Oxygen, Ubuntu, Cantarell, &amp;quot;Fira Sans&amp;quot;, &amp;quot;Droid Sans&amp;quot;, Helvetica, Arial, sans-serif; background-color: rgb(255, 255, 255);&quot;&gt;grantLoanNonCash - retry&lt;/span&gt;" vertex="1">
          <mxGeometry height="30" width="270" y="150" as="geometry" />
        </mxCell>
        <mxCell id="P7TJZT1PVnBYbLh7lMs1-11" parent="P7TJZT1PVnBYbLh7lMs1-5" style="text;strokeColor=none;fillColor=none;align=left;verticalAlign=middle;spacingLeft=4;spacingRight=4;overflow=hidden;points=[[0,0.5],[1,0.5]];portConstraint=eastwest;rotatable=0;whiteSpace=wrap;html=1;" value="&lt;font face=&quot;Inter, system-ui, -apple-system, system-ui, Segoe UI, Roboto, Oxygen, Ubuntu, Cantarell, Fira Sans, Droid Sans, Helvetica, Arial, sans-serif&quot; style=&quot;color: light-dark(rgb(188, 188, 188), rgb(255, 255, 255));&quot;&gt;&lt;span style=&quot;white-space-collapse: preserve;&quot;&gt;CGW Trigger ??&lt;/span&gt;&lt;/font&gt;" vertex="1">
          <mxGeometry height="30" width="270" y="180" as="geometry" />
        </mxCell>
        <mxCell id="P7TJZT1PVnBYbLh7lMs1-17" edge="1" parent="1" source="P7TJZT1PVnBYbLh7lMs1-15" style="edgeStyle=orthogonalEdgeStyle;rounded=0;orthogonalLoop=1;jettySize=auto;html=1;" target="P7TJZT1PVnBYbLh7lMs1-16" value="">
          <mxGeometry relative="1" as="geometry" />
        </mxCell>
        <mxCell id="P7TJZT1PVnBYbLh7lMs1-15" parent="1" style="rounded=0;whiteSpace=wrap;html=1;" value="/loan/&lt;span style=&quot;background-color: rgb(252, 246, 219); color: rgb(0, 0, 0); font-family: &amp;quot;Anonymous Pro&amp;quot;, Menlo, Consolas, &amp;quot;Bitstream Vera Sans Mono&amp;quot;, &amp;quot;Courier New&amp;quot;, monospace; font-size: 0.9em; text-align: start;&quot;&gt;getCustomerLoanAccountList&lt;/span&gt;" vertex="1">
          <mxGeometry height="60" width="270" x="2890" y="2243.75" as="geometry" />
        </mxCell>
        <mxCell id="P7TJZT1PVnBYbLh7lMs1-23" edge="1" parent="1" source="P7TJZT1PVnBYbLh7lMs1-16" style="edgeStyle=orthogonalEdgeStyle;rounded=0;orthogonalLoop=1;jettySize=auto;html=1;" target="P7TJZT1PVnBYbLh7lMs1-22" value="">
          <mxGeometry relative="1" as="geometry" />
        </mxCell>
        <mxCell id="P7TJZT1PVnBYbLh7lMs1-33" edge="1" parent="1" source="P7TJZT1PVnBYbLh7lMs1-16" style="edgeStyle=orthogonalEdgeStyle;rounded=0;orthogonalLoop=1;jettySize=auto;html=1;" target="P7TJZT1PVnBYbLh7lMs1-32" value="">
          <mxGeometry relative="1" as="geometry" />
        </mxCell>
        <mxCell id="P7TJZT1PVnBYbLh7lMs1-16" parent="1" style="rhombus;whiteSpace=wrap;html=1;rounded=0;" value="product match&lt;br&gt;amount match&lt;br&gt;status = new" vertex="1">
          <mxGeometry height="190" width="190" x="2930" y="2371.87" as="geometry" />
        </mxCell>
        <mxCell id="P7TJZT1PVnBYbLh7lMs1-25" edge="1" parent="1" source="P7TJZT1PVnBYbLh7lMs1-22" style="edgeStyle=orthogonalEdgeStyle;rounded=0;orthogonalLoop=1;jettySize=auto;html=1;" target="P7TJZT1PVnBYbLh7lMs1-24" value="">
          <mxGeometry relative="1" as="geometry" />
        </mxCell>
        <mxCell id="P7TJZT1PVnBYbLh7lMs1-22" parent="1" style="whiteSpace=wrap;html=1;rounded=0;" value="/loan/&lt;span style=&quot;background-color: rgb(252, 246, 219); color: rgb(0, 0, 0); font-family: &amp;quot;Anonymous Pro&amp;quot;, Menlo, Consolas, &amp;quot;Bitstream Vera Sans Mono&amp;quot;, &amp;quot;Courier New&amp;quot;, monospace; font-size: 0.9em; text-align: start;&quot;&gt;getNrsSchedule&lt;/span&gt;" vertex="1">
          <mxGeometry height="60" width="215" x="3200" y="2436.87" as="geometry" />
        </mxCell>
        <mxCell id="P7TJZT1PVnBYbLh7lMs1-29" edge="1" parent="1" source="P7TJZT1PVnBYbLh7lMs1-24" style="edgeStyle=orthogonalEdgeStyle;rounded=0;orthogonalLoop=1;jettySize=auto;html=1;" target="P7TJZT1PVnBYbLh7lMs1-28" value="">
          <mxGeometry relative="1" as="geometry" />
        </mxCell>
        <mxCell id="P7TJZT1PVnBYbLh7lMs1-31" edge="1" parent="1" source="P7TJZT1PVnBYbLh7lMs1-24" style="edgeStyle=orthogonalEdgeStyle;rounded=0;orthogonalLoop=1;jettySize=auto;html=1;" target="P7TJZT1PVnBYbLh7lMs1-30" value="">
          <mxGeometry relative="1" as="geometry" />
        </mxCell>
        <mxCell id="P7TJZT1PVnBYbLh7lMs1-24" parent="1" style="rhombus;whiteSpace=wrap;html=1;rounded=0;" value="schedule match?" vertex="1">
          <mxGeometry height="115" width="110" x="3510" y="2409.37" as="geometry" />
        </mxCell>
        <mxCell id="P7TJZT1PVnBYbLh7lMs1-28" parent="1" style="whiteSpace=wrap;html=1;rounded=0;" value="/loan/openAccount&amp;nbsp;" vertex="1">
          <mxGeometry height="60" width="155" x="3695" y="2436.87" as="geometry" />
        </mxCell>
        <mxCell id="P7TJZT1PVnBYbLh7lMs1-30" parent="1" style="whiteSpace=wrap;html=1;rounded=0;" value="/loan/&lt;span style=&quot;background-color: rgb(252, 246, 219); color: rgb(0, 0, 0); font-family: &amp;quot;Anonymous Pro&amp;quot;, Menlo, Consolas, &amp;quot;Bitstream Vera Sans Mono&amp;quot;, &amp;quot;Courier New&amp;quot;, monospace; font-size: 0.9em; text-align: start;&quot;&gt;updateNrsSchedule&lt;/span&gt;" vertex="1">
          <mxGeometry height="60" width="195" x="3467.5" y="2631.87" as="geometry" />
        </mxCell>
        <mxCell id="P7TJZT1PVnBYbLh7lMs1-32" parent="1" style="rhombus;whiteSpace=wrap;html=1;rounded=0;" value="product match&lt;br&gt;amount match&lt;br&gt;status = active" vertex="1">
          <mxGeometry height="213.13" width="213.13" x="2918.43" y="2696.87" as="geometry" />
        </mxCell>
        <mxCell id="P7TJZT1PVnBYbLh7lMs1-44" edge="1" parent="1" source="P7TJZT1PVnBYbLh7lMs1-41" style="edgeStyle=orthogonalEdgeStyle;rounded=0;orthogonalLoop=1;jettySize=auto;html=1;" target="P7TJZT1PVnBYbLh7lMs1-43" value="">
          <mxGeometry relative="1" as="geometry" />
        </mxCell>
        <mxCell id="P7TJZT1PVnBYbLh7lMs1-41" parent="1" style="whiteSpace=wrap;html=1;verticalAlign=middle;" value="Rate limit by user" vertex="1">
          <mxGeometry height="60" width="120" x="-1010" y="1105" as="geometry" />
        </mxCell>
        <mxCell id="P7TJZT1PVnBYbLh7lMs1-43" parent="1" style="whiteSpace=wrap;html=1;" value="Circuit breaker" vertex="1">
          <mxGeometry height="60" width="120" x="-835" y="1105" as="geometry" />
        </mxCell>
        <mxCell id="P7TJZT1PVnBYbLh7lMs1-45" edge="1" parent="1" source="P7TJZT1PVnBYbLh7lMs1-43" style="edgeStyle=orthogonalEdgeStyle;rounded=0;orthogonalLoop=1;jettySize=auto;html=1;entryX=-0.015;entryY=0.128;entryDx=0;entryDy=0;entryPerimeter=0;" target="In8fDh9ZLN2M87an2Miy-27">
          <mxGeometry relative="1" as="geometry" />
        </mxCell>
        <mxCell id="P7TJZT1PVnBYbLh7lMs1-46" parent="1" style="swimlane;fontStyle=0;childLayout=stackLayout;horizontal=1;startSize=30;horizontalStack=0;resizeParent=1;resizeParentMax=0;resizeLast=0;collapsible=1;marginBottom=0;whiteSpace=wrap;html=1;" value="alternative batch calls in order" vertex="1">
          <mxGeometry height="210" width="270" x="2040" y="1290" as="geometry" />
        </mxCell>
        <mxCell id="P7TJZT1PVnBYbLh7lMs1-47" parent="P7TJZT1PVnBYbLh7lMs1-46" style="text;strokeColor=none;fillColor=none;align=left;verticalAlign=middle;spacingLeft=4;spacingRight=4;overflow=hidden;points=[[0,0.5],[1,0.5]];portConstraint=eastwest;rotatable=0;whiteSpace=wrap;html=1;" value="&lt;span style=&quot;text-align: center;&quot;&gt;/loan/createAccount - no retry&lt;/span&gt;" vertex="1">
          <mxGeometry height="30" width="270" y="30" as="geometry" />
        </mxCell>
        <mxCell id="P7TJZT1PVnBYbLh7lMs1-48" parent="P7TJZT1PVnBYbLh7lMs1-46" style="text;strokeColor=none;fillColor=none;align=left;verticalAlign=middle;spacingLeft=4;spacingRight=4;overflow=hidden;points=[[0,0.5],[1,0.5]];portConstraint=eastwest;rotatable=0;whiteSpace=wrap;html=1;" value="&lt;span style=&quot;text-align: center;&quot;&gt;/loan/&lt;/span&gt;&lt;span style=&quot;background-color: rgb(252, 246, 219); color: rgb(0, 0, 0); font-family: &amp;quot;Anonymous Pro&amp;quot;, Menlo, Consolas, &amp;quot;Bitstream Vera Sans Mono&amp;quot;, &amp;quot;Courier New&amp;quot;, monospace; font-size: 0.9em;&quot;&gt;createNrsSchedule - retry&lt;/span&gt;" vertex="1">
          <mxGeometry height="30" width="270" y="60" as="geometry" />
        </mxCell>
        <mxCell id="P7TJZT1PVnBYbLh7lMs1-49" parent="P7TJZT1PVnBYbLh7lMs1-46" style="text;strokeColor=none;fillColor=none;align=left;verticalAlign=middle;spacingLeft=4;spacingRight=4;overflow=hidden;points=[[0,0.5],[1,0.5]];portConstraint=eastwest;rotatable=0;whiteSpace=wrap;html=1;" value="&lt;span style=&quot;text-align: center;&quot;&gt;/loan/openAccount - retry&lt;/span&gt;" vertex="1">
          <mxGeometry height="30" width="270" y="90" as="geometry" />
        </mxCell>
        <mxCell id="P7TJZT1PVnBYbLh7lMs1-50" parent="P7TJZT1PVnBYbLh7lMs1-46" style="text;strokeColor=none;fillColor=none;align=left;verticalAlign=middle;spacingLeft=4;spacingRight=4;overflow=hidden;points=[[0,0.5],[1,0.5]];portConstraint=eastwest;rotatable=0;whiteSpace=wrap;html=1;" value="&lt;span style=&quot;font-family: &amp;quot;Anonymous Pro&amp;quot;, Menlo, Consolas, &amp;quot;Bitstream Vera Sans Mono&amp;quot;, &amp;quot;Courier New&amp;quot;, monospace; font-size: 10.8px; white-space: pre-wrap;&quot;&gt;&lt;font style=&quot;color: light-dark(rgb(237, 237, 237), rgb(255, 255, 255));&quot;&gt;/line/linkLineAccountToLoan - retry&lt;/font&gt;&lt;/span&gt;" vertex="1">
          <mxGeometry height="30" width="270" y="120" as="geometry" />
        </mxCell>
        <mxCell id="P7TJZT1PVnBYbLh7lMs1-51" parent="P7TJZT1PVnBYbLh7lMs1-46" style="text;strokeColor=none;fillColor=none;align=left;verticalAlign=middle;spacingLeft=4;spacingRight=4;overflow=hidden;points=[[0,0.5],[1,0.5]];portConstraint=eastwest;rotatable=0;whiteSpace=wrap;html=1;" value="&lt;span style=&quot;text-align: center;&quot;&gt;/loan/&lt;/span&gt;&lt;span style=&quot;white-space: pre-wrap; color: rgb(33, 33, 33); font-family: Inter, system-ui, -apple-system, &amp;quot;system-ui&amp;quot;, &amp;quot;Segoe UI&amp;quot;, Roboto, Oxygen, Ubuntu, Cantarell, &amp;quot;Fira Sans&amp;quot;, &amp;quot;Droid Sans&amp;quot;, Helvetica, Arial, sans-serif; background-color: rgb(255, 255, 255);&quot;&gt;grantLoanNonCash - retry&lt;/span&gt;" vertex="1">
          <mxGeometry height="30" width="270" y="150" as="geometry" />
        </mxCell>
        <mxCell id="P7TJZT1PVnBYbLh7lMs1-52" parent="P7TJZT1PVnBYbLh7lMs1-46" style="text;strokeColor=none;fillColor=none;align=left;verticalAlign=middle;spacingLeft=4;spacingRight=4;overflow=hidden;points=[[0,0.5],[1,0.5]];portConstraint=eastwest;rotatable=0;whiteSpace=wrap;html=1;" value="&lt;font face=&quot;Inter, system-ui, -apple-system, system-ui, Segoe UI, Roboto, Oxygen, Ubuntu, Cantarell, Fira Sans, Droid Sans, Helvetica, Arial, sans-serif&quot; style=&quot;color: light-dark(rgb(188, 188, 188), rgb(255, 255, 255));&quot;&gt;&lt;span style=&quot;white-space-collapse: preserve;&quot;&gt;CGW Trigger - no retry&lt;/span&gt;&lt;/font&gt;" vertex="1">
          <mxGeometry height="30" width="270" y="180" as="geometry" />
        </mxCell>
        <mxCell id="P7TJZT1PVnBYbLh7lMs1-55" connectable="0" parent="1" style="group" value="" vertex="1">
          <mxGeometry height="777.5" width="405" x="-127" y="1022.5" as="geometry" />
        </mxCell>
        <mxCell id="P7TJZT1PVnBYbLh7lMs1-38" edge="1" parent="P7TJZT1PVnBYbLh7lMs1-55" source="In8fDh9ZLN2M87an2Miy-228" style="edgeStyle=orthogonalEdgeStyle;rounded=0;orthogonalLoop=1;jettySize=auto;html=1;entryX=0.5;entryY=0;entryDx=0;entryDy=0;" target="In8fDh9ZLN2M87an2Miy-233">
          <mxGeometry relative="1" as="geometry" />
        </mxCell>
        <mxCell id="In8fDh9ZLN2M87an2Miy-228" parent="P7TJZT1PVnBYbLh7lMs1-55" style="rhombus;whiteSpace=wrap;html=1;" value="Polaris&lt;br&gt;/line/&lt;span style=&quot;color: rgb(33, 33, 33); font-family: Inter, system-ui, -apple-system, &amp;quot;system-ui&amp;quot;, &amp;quot;Segoe UI&amp;quot;, Roboto, Oxygen, Ubuntu, Cantarell, &amp;quot;Fira Sans&amp;quot;, &amp;quot;Droid Sans&amp;quot;, Helvetica, Arial, sans-serif; text-align: left; white-space: pre-wrap; background-color: rgb(255, 255, 255);&quot;&gt;getAccountDetail&lt;/span&gt;&lt;br&gt;200" vertex="1">
          <mxGeometry height="225" width="250" as="geometry" />
        </mxCell>
        <mxCell id="In8fDh9ZLN2M87an2Miy-236" edge="1" parent="P7TJZT1PVnBYbLh7lMs1-55" source="In8fDh9ZLN2M87an2Miy-233" style="edgeStyle=orthogonalEdgeStyle;rounded=0;orthogonalLoop=1;jettySize=auto;html=1;" target="In8fDh9ZLN2M87an2Miy-235" value="">
          <mxGeometry relative="1" as="geometry" />
        </mxCell>
        <mxCell id="In8fDh9ZLN2M87an2Miy-242" edge="1" parent="P7TJZT1PVnBYbLh7lMs1-55" source="In8fDh9ZLN2M87an2Miy-233" style="edgeStyle=orthogonalEdgeStyle;rounded=0;orthogonalLoop=1;jettySize=auto;html=1;entryX=0;entryY=0.5;entryDx=0;entryDy=0;" target="In8fDh9ZLN2M87an2Miy-241" value="">
          <mxGeometry relative="1" as="geometry">
            <mxPoint x="195" y="340" as="targetPoint" />
          </mxGeometry>
        </mxCell>
        <mxCell id="In8fDh9ZLN2M87an2Miy-233" parent="P7TJZT1PVnBYbLh7lMs1-55" style="rhombus;whiteSpace=wrap;html=1;" value="501" vertex="1">
          <mxGeometry height="80" width="80" x="85" y="300" as="geometry" />
        </mxCell>
        <mxCell id="In8fDh9ZLN2M87an2Miy-238" edge="1" parent="P7TJZT1PVnBYbLh7lMs1-55" source="In8fDh9ZLN2M87an2Miy-235" style="edgeStyle=orthogonalEdgeStyle;rounded=0;orthogonalLoop=1;jettySize=auto;html=1;entryX=0;entryY=0.5;entryDx=0;entryDy=0;" target="In8fDh9ZLN2M87an2Miy-237" value="">
          <mxGeometry relative="1" as="geometry">
            <mxPoint x="265" y="592.5" as="targetPoint" />
          </mxGeometry>
        </mxCell>
        <mxCell id="In8fDh9ZLN2M87an2Miy-240" edge="1" parent="P7TJZT1PVnBYbLh7lMs1-55" source="In8fDh9ZLN2M87an2Miy-235" style="edgeStyle=orthogonalEdgeStyle;rounded=0;orthogonalLoop=1;jettySize=auto;html=1;" target="In8fDh9ZLN2M87an2Miy-239" value="">
          <mxGeometry relative="1" as="geometry" />
        </mxCell>
        <mxCell id="In8fDh9ZLN2M87an2Miy-235" parent="P7TJZT1PVnBYbLh7lMs1-55" style="rhombus;whiteSpace=wrap;html=1;" value="timeout, http err" vertex="1">
          <mxGeometry height="125" width="120" x="65" y="530" as="geometry" />
        </mxCell>
        <mxCell id="In8fDh9ZLN2M87an2Miy-237" parent="P7TJZT1PVnBYbLh7lMs1-55" style="whiteSpace=wrap;html=1;" value="return err msg&lt;br&gt;try again" vertex="1">
          <mxGeometry height="60" width="120" x="285" y="562.5" as="geometry" />
        </mxCell>
        <mxCell id="P7TJZT1PVnBYbLh7lMs1-54" edge="1" parent="P7TJZT1PVnBYbLh7lMs1-55" source="In8fDh9ZLN2M87an2Miy-239" style="edgeStyle=orthogonalEdgeStyle;rounded=0;orthogonalLoop=1;jettySize=auto;html=1;" target="P7TJZT1PVnBYbLh7lMs1-53" value="">
          <mxGeometry relative="1" as="geometry" />
        </mxCell>
        <mxCell id="In8fDh9ZLN2M87an2Miy-239" parent="P7TJZT1PVnBYbLh7lMs1-55" style="whiteSpace=wrap;html=1;" value="return err msg&lt;br&gt;try again?" vertex="1">
          <mxGeometry height="60" width="120" x="65" y="717.5" as="geometry" />
        </mxCell>
        <mxCell id="In8fDh9ZLN2M87an2Miy-241" parent="P7TJZT1PVnBYbLh7lMs1-55" style="whiteSpace=wrap;html=1;" value="return err msg?" vertex="1">
          <mxGeometry height="60" width="120" x="275" y="310" as="geometry" />
        </mxCell>
        <mxCell id="P7TJZT1PVnBYbLh7lMs1-53" parent="P7TJZT1PVnBYbLh7lMs1-55" style="whiteSpace=wrap;html=1;" value="return err msg&lt;br&gt;try again?" vertex="1">
          <mxGeometry height="60" width="120" x="65" y="577.5" as="geometry" />
        </mxCell>
        <mxCell id="P7TJZT1PVnBYbLh7lMs1-61" edge="1" parent="1" source="P7TJZT1PVnBYbLh7lMs1-59" style="edgeStyle=orthogonalEdgeStyle;rounded=0;orthogonalLoop=1;jettySize=auto;html=1;entryX=1;entryY=0.5;entryDx=0;entryDy=0;" target="In8fDh9ZLN2M87an2Miy-241">
          <mxGeometry relative="1" as="geometry" />
        </mxCell>
        <mxCell id="P7TJZT1PVnBYbLh7lMs1-62" edge="1" parent="1" source="P7TJZT1PVnBYbLh7lMs1-59" style="edgeStyle=orthogonalEdgeStyle;rounded=0;orthogonalLoop=1;jettySize=auto;html=1;entryX=0;entryY=0.5;entryDx=0;entryDy=0;" target="In8fDh9ZLN2M87an2Miy-161">
          <mxGeometry relative="1" as="geometry" />
        </mxCell>
        <mxCell id="P7TJZT1PVnBYbLh7lMs1-59" parent="1" style="rhombus;whiteSpace=wrap;html=1;" value="line account max &lt;br&gt;not equals&lt;br&gt;credit_limit_max" vertex="1">
          <mxGeometry height="280" width="290" x="240" y="995" as="geometry" />
        </mxCell>
        <mxCell id="P7TJZT1PVnBYbLh7lMs1-60" edge="1" parent="1" source="In8fDh9ZLN2M87an2Miy-228" style="edgeStyle=orthogonalEdgeStyle;rounded=0;orthogonalLoop=1;jettySize=auto;html=1;" target="P7TJZT1PVnBYbLh7lMs1-59" value="">
          <mxGeometry relative="1" as="geometry" />
        </mxCell>
+         <mxCell id="P7TJZT1PVnBYbLh7lMs1-65" edge="1" parent="1" source="P7TJZT1PVnBYbLh7lMs1-63" style="edgeStyle=orthogonalEdgeStyle;rounded=0;orthogonalLoop=1;jettySize=auto;html=1;" target="P7TJZT1PVnBYbLh7lMs1-64" value="">
+           <mxGeometry relative="1" as="geometry" />
+         </mxCell>
+         <mxCell id="P7TJZT1PVnBYbLh7lMs1-63" parent="1" style="rounded=0;whiteSpace=wrap;html=1;" value="reconcile&lt;br&gt;/loan/createAccount" vertex="1">
+           <mxGeometry height="60" width="120" x="1240" y="1740" as="geometry" />
+         </mxCell>
+         <mxCell id="P7TJZT1PVnBYbLh7lMs1-67" edge="1" parent="1" source="P7TJZT1PVnBYbLh7lMs1-64" style="edgeStyle=orthogonalEdgeStyle;rounded=0;orthogonalLoop=1;jettySize=auto;html=1;" target="P7TJZT1PVnBYbLh7lMs1-66" value="">
+           <mxGeometry relative="1" as="geometry" />
+         </mxCell>
+         <mxCell id="P7TJZT1PVnBYbLh7lMs1-64" parent="1" style="whiteSpace=wrap;html=1;rounded=0;" value="/loan/&lt;span style=&quot;background-color: rgb(252, 246, 219); color: rgb(0, 0, 0); font-family: &amp;quot;Anonymous Pro&amp;quot;, Menlo, Consolas, &amp;quot;Bitstream Vera Sans Mono&amp;quot;, &amp;quot;Courier New&amp;quot;, monospace; font-size: 0.9em; text-align: start;&quot;&gt;getCustomerLoanAccountList&lt;/span&gt;" vertex="1">
+           <mxGeometry height="60" width="290" x="1440" y="1740" as="geometry" />
+         </mxCell>
+         <mxCell id="P7TJZT1PVnBYbLh7lMs1-66" parent="1" style="rhombus;whiteSpace=wrap;html=1;rounded=0;" value="status = new&lt;br&gt;date match" vertex="1">
+           <mxGeometry height="170" width="170" x="1820" y="1685" as="geometry" />
+         </mxCell>
+         <mxCell id="P7TJZT1PVnBYbLh7lMs1-74" edge="1" parent="1" source="P7TJZT1PVnBYbLh7lMs1-72" style="edgeStyle=orthogonalEdgeStyle;rounded=0;orthogonalLoop=1;jettySize=auto;html=1;entryX=0.5;entryY=1;entryDx=0;entryDy=0;" target="P7TJZT1PVnBYbLh7lMs1-63">
+           <mxGeometry relative="1" as="geometry" />
+         </mxCell>
+         <mxCell id="P7TJZT1PVnBYbLh7lMs1-72" parent="1" style="whiteSpace=wrap;html=1;rounded=0;" value="&lt;div style=&quot;color: rgb(0, 0, 0); background-color: rgb(255, 255, 255); font-family: IBMPlexMono, Monaco, &amp;quot;Courier New&amp;quot;, monospace, Menlo, Monaco, &amp;quot;Courier New&amp;quot;, monospace; line-height: 18px; white-space: pre;&quot;&gt;&lt;span style=&quot;color: rgb(163, 21, 21);&quot;&gt;prodCode&lt;br&gt;&lt;div style=&quot;color: rgb(0, 0, 0); background-color: rgb(255, 255, 255); line-height: 18px;&quot;&gt;&lt;span style=&quot;color: rgb(163, 21, 21);&quot;&gt;approvAmount&lt;br&gt;&lt;div style=&quot;color: rgb(0, 0, 0); background-color: rgb(255, 255, 255); line-height: 18px;&quot;&gt;&lt;span style=&quot;color: rgb(163, 21, 21);&quot;&gt;approvDate&lt;br&gt;&lt;div style=&quot;color: rgb(0, 0, 0); background-color: rgb(255, 255, 255); line-height: 18px;&quot;&gt;&lt;span style=&quot;color: rgb(163, 21, 21);&quot;&gt;startDate&lt;br/&gt;&lt;div style=&quot;color: rgb(0, 0, 0); background-color: rgb(255, 255, 255); line-height: 18px;&quot;&gt;&lt;span style=&quot;color: #a31515;&quot;&gt;endDate&lt;/span&gt;&lt;/div&gt;&lt;/span&gt;&lt;/div&gt;&lt;/span&gt;&lt;/div&gt;&lt;/span&gt;&lt;/div&gt;&lt;/span&gt;&lt;/div&gt;" vertex="1">
+           <mxGeometry height="115" width="120" x="1240" y="1865" as="geometry" />
+         </mxCell>
      </root>
    </mxGraphModel>
  </diagram>
</mxfile>
